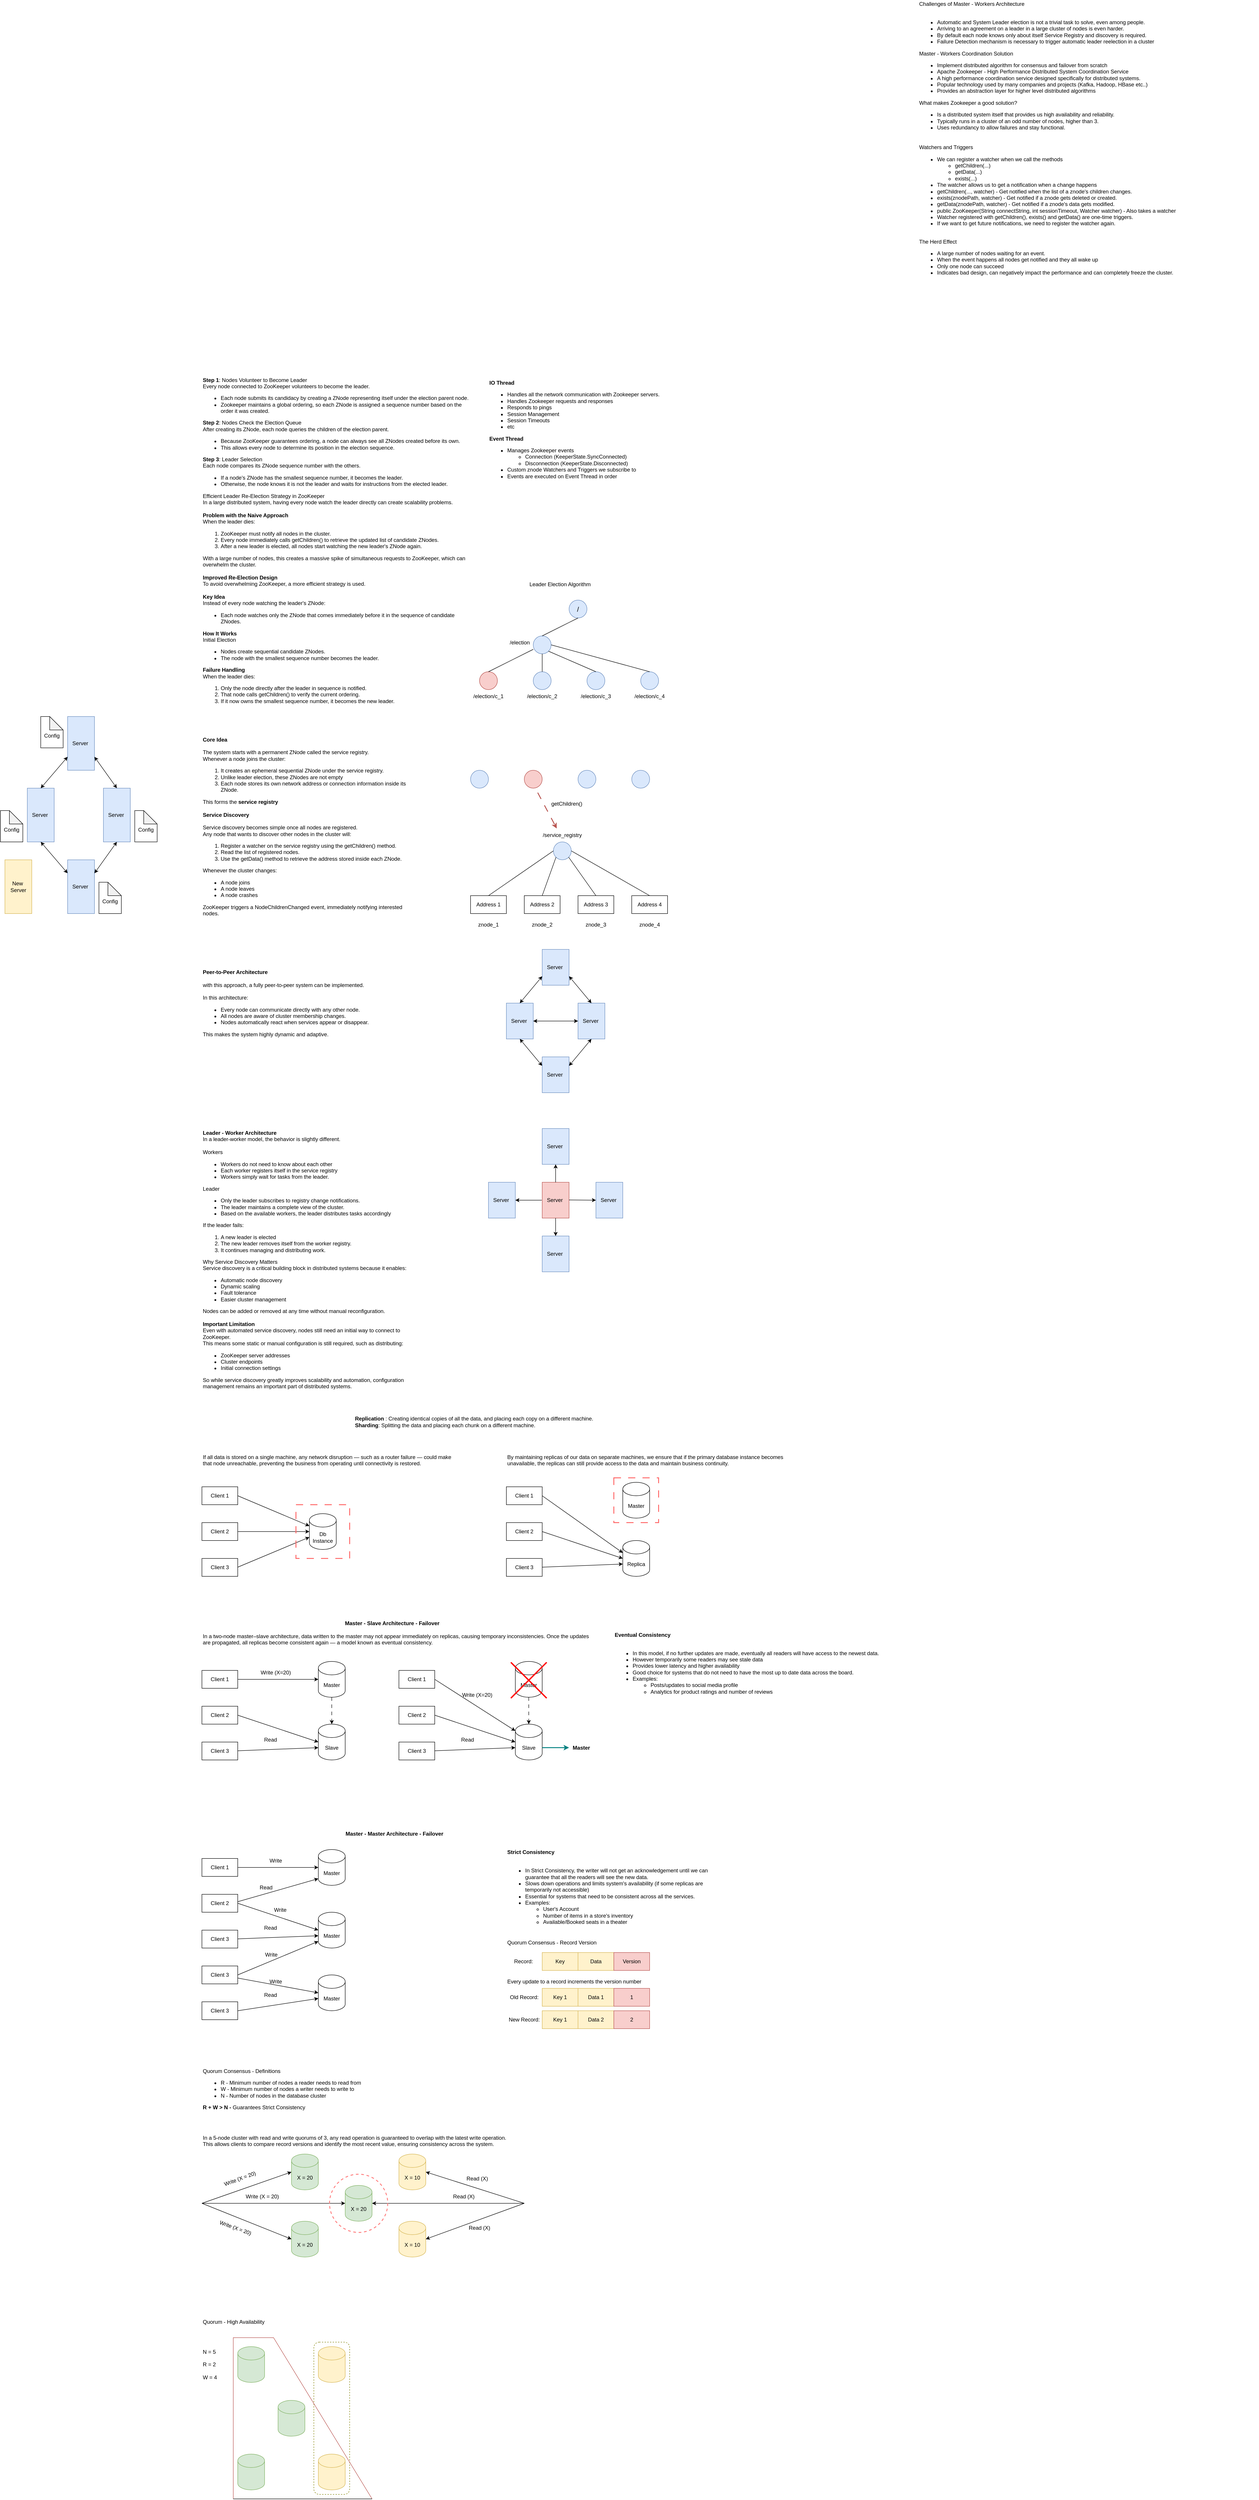
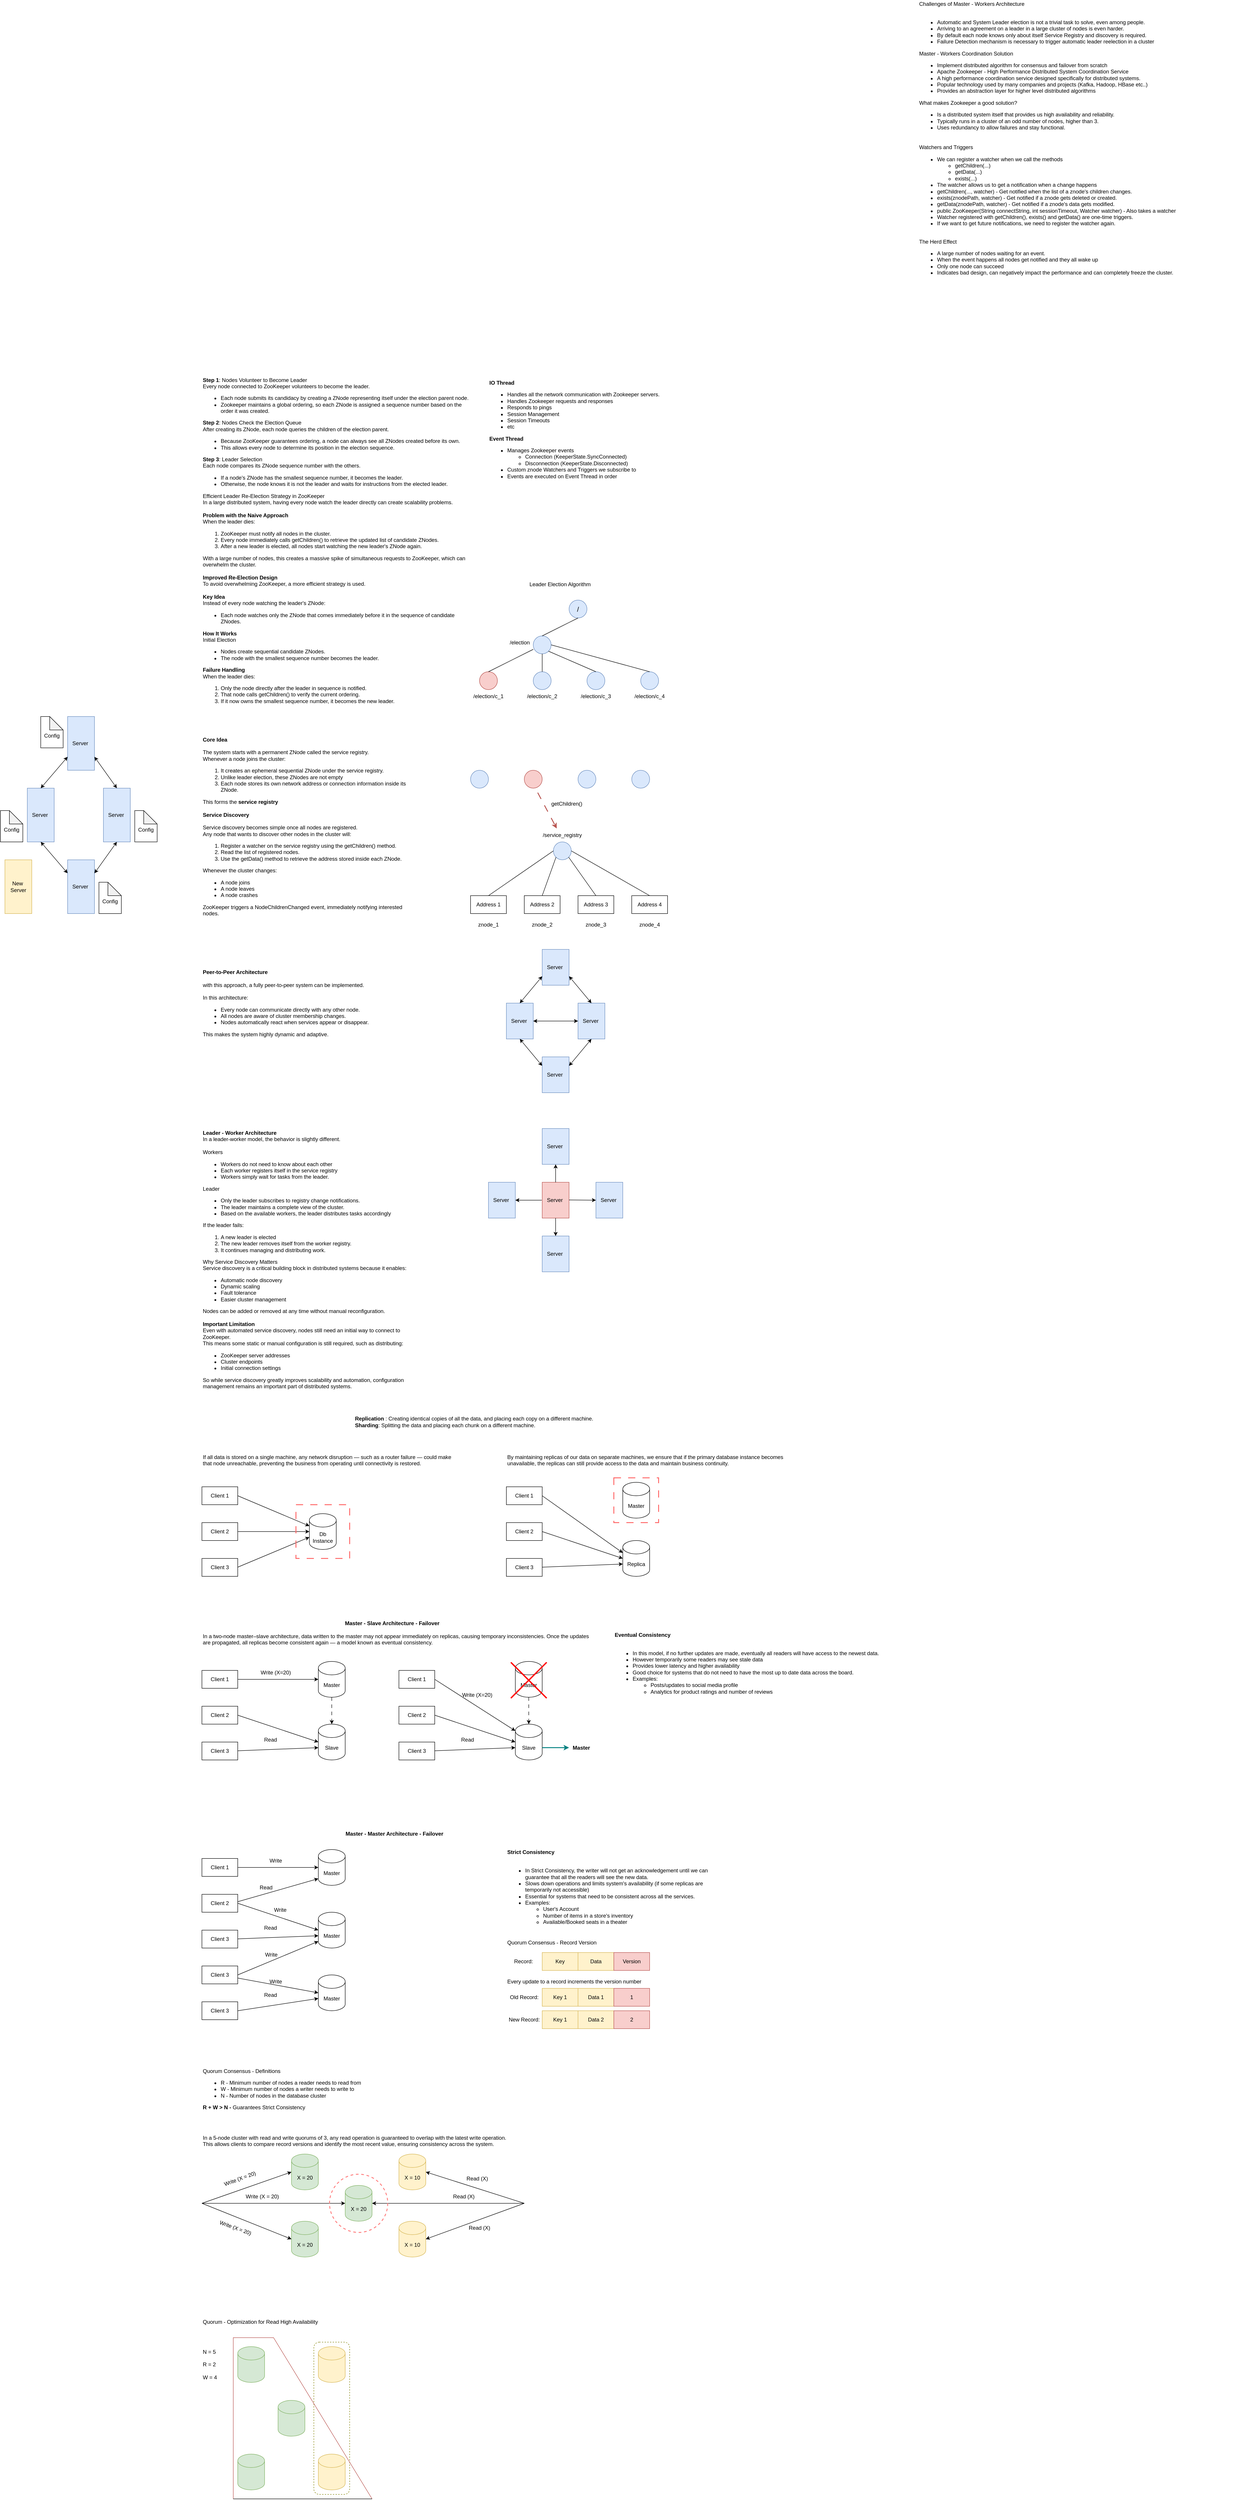
<mxfile host="app.diagrams.net">
  <diagram name="Page-1" id="tO2NQB0IofIboXUTSpVf">
    <mxGraphModel dx="4391" dy="1800" grid="1" gridSize="10" guides="1" tooltips="1" connect="1" arrows="1" fold="1" page="1" pageScale="1" pageWidth="850" pageHeight="1100" math="0" shadow="0">
      <root>
        <mxCell id="0" />
        <mxCell id="1" parent="0" />
        <mxCell id="MGsdMgP7l0InPqgAwvWF-1" parent="1" style="text;html=1;whiteSpace=wrap;strokeColor=none;fillColor=none;align=left;verticalAlign=middle;rounded=0;" value="&lt;div&gt;Challenges of Master - Workers Architecture&lt;/div&gt;&lt;div&gt;&lt;br&gt;&lt;/div&gt;&lt;div&gt;&lt;ul&gt;&lt;li&gt;Automatic and System Leader election is not a trivial task to solve, even among people.&lt;/li&gt;&lt;li&gt;Arriving to an agreement on a leader in a large cluster of nodes is even harder.&lt;/li&gt;&lt;li&gt;By default each node knows only about itself Service Registry and discovery is required.&lt;/li&gt;&lt;li&gt;Failure Detection mechanism is necessary to trigger automatic leader reelection in a cluster&lt;/li&gt;&lt;/ul&gt;&lt;div&gt;Master - Workers Coordination Solution&lt;/div&gt;&lt;div&gt;&lt;ul&gt;&lt;li&gt;Implement distributed algorithm for consensus and failover from scratch&lt;/li&gt;&lt;li&gt;Apache Zookeeper - High Performance Distributed System Coordination Service&amp;nbsp;&lt;/li&gt;&lt;li&gt;A high performance coordination service designed specifically for distributed systems.&lt;/li&gt;&lt;li&gt;Popular technology used by many companies and projects (Kafka, Hadoop, HBase etc..)&lt;/li&gt;&lt;li&gt;Provides an abstraction layer for higher level distributed algorithms&lt;/li&gt;&lt;/ul&gt;&lt;div&gt;What makes Zookeeper a good solution?&lt;/div&gt;&lt;div&gt;&lt;ul&gt;&lt;li&gt;Is a distributed system itself that provides us high availability and reliability.&lt;/li&gt;&lt;li&gt;Typically runs in a cluster of an odd number of nodes, higher than 3.&lt;/li&gt;&lt;li&gt;Uses redundancy to allow failures and stay functional.&lt;/li&gt;&lt;/ul&gt;&lt;/div&gt;&lt;/div&gt;&lt;/div&gt;&lt;div&gt;&lt;br&gt;&lt;/div&gt;" vertex="1">
          <mxGeometry height="320" width="760" x="40" y="-1000" as="geometry" />
        </mxCell>
        <mxCell id="MGsdMgP7l0InPqgAwvWF-2" parent="1" style="ellipse;whiteSpace=wrap;html=1;fillColor=#dae8fc;strokeColor=#6c8ebf;fontSize=15;" value="/" vertex="1">
          <mxGeometry height="40" width="40" x="-740" y="340" as="geometry" />
        </mxCell>
        <mxCell id="MGsdMgP7l0InPqgAwvWF-3" parent="1" style="text;html=1;whiteSpace=wrap;strokeColor=none;fillColor=none;align=center;verticalAlign=middle;rounded=0;" value="Leader Election Algorithm" vertex="1">
          <mxGeometry height="30" width="240" x="-880" y="290" as="geometry" />
        </mxCell>
        <mxCell id="MGsdMgP7l0InPqgAwvWF-5" parent="1" style="ellipse;whiteSpace=wrap;html=1;fillColor=#dae8fc;strokeColor=#6c8ebf;" value="" vertex="1">
          <mxGeometry height="40" width="40" x="-820" y="420" as="geometry" />
        </mxCell>
        <mxCell id="MGsdMgP7l0InPqgAwvWF-8" parent="1" style="text;html=1;whiteSpace=wrap;strokeColor=none;fillColor=none;align=center;verticalAlign=middle;rounded=0;" value="/election" vertex="1">
          <mxGeometry height="30" width="60" x="-880" y="420" as="geometry" />
        </mxCell>
        <mxCell id="MGsdMgP7l0InPqgAwvWF-9" parent="1" style="ellipse;whiteSpace=wrap;html=1;fillColor=#f8cecc;strokeColor=#b85450;" value="" vertex="1">
          <mxGeometry height="40" width="40" x="-940" y="500" as="geometry" />
        </mxCell>
        <mxCell id="MGsdMgP7l0InPqgAwvWF-10" parent="1" style="ellipse;whiteSpace=wrap;html=1;fillColor=#dae8fc;strokeColor=#6c8ebf;" value="" vertex="1">
          <mxGeometry height="40" width="40" x="-820" y="500" as="geometry" />
        </mxCell>
        <mxCell id="MGsdMgP7l0InPqgAwvWF-11" parent="1" style="ellipse;whiteSpace=wrap;html=1;fillColor=#dae8fc;strokeColor=#6c8ebf;" value="" vertex="1">
          <mxGeometry height="40" width="40" x="-700" y="500" as="geometry" />
        </mxCell>
        <mxCell id="MGsdMgP7l0InPqgAwvWF-12" parent="1" style="ellipse;whiteSpace=wrap;html=1;fillColor=#dae8fc;strokeColor=#6c8ebf;" value="" vertex="1">
          <mxGeometry height="40" width="40" x="-580" y="500" as="geometry" />
        </mxCell>
        <mxCell id="MGsdMgP7l0InPqgAwvWF-13" edge="1" parent="1" source="MGsdMgP7l0InPqgAwvWF-9" style="endArrow=none;html=1;rounded=0;exitX=0.5;exitY=0;exitDx=0;exitDy=0;" value="">
          <mxGeometry height="50" relative="1" width="50" as="geometry">
            <mxPoint x="-870" y="500" as="sourcePoint" />
            <mxPoint x="-820" y="450" as="targetPoint" />
          </mxGeometry>
        </mxCell>
        <mxCell id="MGsdMgP7l0InPqgAwvWF-14" edge="1" parent="1" source="MGsdMgP7l0InPqgAwvWF-10" style="endArrow=none;html=1;rounded=0;exitX=0.5;exitY=0;exitDx=0;exitDy=0;entryX=0.5;entryY=1;entryDx=0;entryDy=0;" target="MGsdMgP7l0InPqgAwvWF-5" value="">
          <mxGeometry height="50" relative="1" width="50" as="geometry">
            <mxPoint x="-850" y="510" as="sourcePoint" />
            <mxPoint x="-800" y="460" as="targetPoint" />
          </mxGeometry>
        </mxCell>
        <mxCell id="MGsdMgP7l0InPqgAwvWF-15" edge="1" parent="1" source="MGsdMgP7l0InPqgAwvWF-11" style="endArrow=none;html=1;rounded=0;entryX=1;entryY=1;entryDx=0;entryDy=0;exitX=0.5;exitY=0;exitDx=0;exitDy=0;" target="MGsdMgP7l0InPqgAwvWF-5" value="">
          <mxGeometry height="50" relative="1" width="50" as="geometry">
            <mxPoint x="-760" y="500" as="sourcePoint" />
            <mxPoint x="-710" y="450" as="targetPoint" />
          </mxGeometry>
        </mxCell>
        <mxCell id="MGsdMgP7l0InPqgAwvWF-16" edge="1" parent="1" source="MGsdMgP7l0InPqgAwvWF-12" style="endArrow=none;html=1;rounded=0;entryX=1;entryY=0.5;entryDx=0;entryDy=0;exitX=0.5;exitY=0;exitDx=0;exitDy=0;" target="MGsdMgP7l0InPqgAwvWF-5" value="">
          <mxGeometry height="50" relative="1" width="50" as="geometry">
            <mxPoint x="-670" y="500" as="sourcePoint" />
            <mxPoint x="-620" y="450" as="targetPoint" />
          </mxGeometry>
        </mxCell>
        <mxCell id="MGsdMgP7l0InPqgAwvWF-17" parent="1" style="text;html=1;whiteSpace=wrap;strokeColor=none;fillColor=none;align=center;verticalAlign=middle;rounded=0;" value="/service_registry" vertex="1">
          <mxGeometry height="30" width="90" x="-800" y="850" as="geometry" />
        </mxCell>
        <mxCell id="MGsdMgP7l0InPqgAwvWF-18" parent="1" style="text;html=1;whiteSpace=wrap;strokeColor=none;fillColor=none;align=center;verticalAlign=middle;rounded=0;" value="/election/c_2" vertex="1">
          <mxGeometry height="30" width="80" x="-840" y="540" as="geometry" />
        </mxCell>
        <mxCell id="MGsdMgP7l0InPqgAwvWF-19" parent="1" style="text;html=1;whiteSpace=wrap;strokeColor=none;fillColor=none;align=center;verticalAlign=middle;rounded=0;" value="/election/c_3" vertex="1">
          <mxGeometry height="30" width="80" x="-720" y="540" as="geometry" />
        </mxCell>
        <mxCell id="MGsdMgP7l0InPqgAwvWF-20" parent="1" style="text;html=1;whiteSpace=wrap;strokeColor=none;fillColor=none;align=center;verticalAlign=middle;rounded=0;" value="/election/c_4" vertex="1">
          <mxGeometry height="30" width="80" x="-600" y="540" as="geometry" />
        </mxCell>
        <mxCell id="MGsdMgP7l0InPqgAwvWF-21" parent="1" style="text;html=1;whiteSpace=wrap;strokeColor=none;fillColor=none;align=left;verticalAlign=middle;rounded=0;" value="&lt;div&gt;&lt;b&gt;Step 1&lt;/b&gt;: Nodes Volunteer to Become Leader&amp;nbsp;&lt;/div&gt;&lt;div&gt;Every node connected to ZooKeeper volunteers to become the leader.&lt;/div&gt;&lt;div&gt;&lt;ul&gt;&lt;li&gt;Each node submits its candidacy by creating a ZNode representing itself under the election parent node.&lt;/li&gt;&lt;li&gt;Zookeeper maintains a global ordering, so each ZNode is assigned a sequence number based on the order it was created.&lt;/li&gt;&lt;/ul&gt;&lt;div&gt;&lt;b&gt;Step 2&lt;/b&gt;: Nodes Check the Election Queue&lt;/div&gt;&lt;div&gt;After creating its ZNode, each node queries the children of the election parent.&lt;/div&gt;&lt;div&gt;&lt;ul&gt;&lt;li&gt;Because ZooKeeper guarantees ordering, a node can always see all ZNodes created before its own.&lt;/li&gt;&lt;li&gt;This allows every node to determine its position in the election sequence.&lt;/li&gt;&lt;/ul&gt;&lt;div&gt;&lt;b&gt;Step 3&lt;/b&gt;: Leader Selection&lt;/div&gt;&lt;div&gt;Each node compares its ZNode sequence number with the others.&lt;/div&gt;&lt;div&gt;&lt;ul&gt;&lt;li&gt;If a node&#39;s ZNode has the smallest sequence number, it becomes the leader.&lt;/li&gt;&lt;li&gt;Otherwise, the node knows it is not the leader and waits for instructions from the elected leader.&lt;/li&gt;&lt;/ul&gt;&lt;div&gt;Efficient Leader Re-Election Strategy in ZooKeeper&lt;/div&gt;&lt;div&gt;In a large distributed system, having every node watch the leader directly can create scalability problems.&lt;/div&gt;&lt;div&gt;&lt;br&gt;&lt;/div&gt;&lt;div&gt;&lt;b&gt;Problem with the Naive Approach&lt;/b&gt;&lt;/div&gt;&lt;div&gt;When the leader dies:&lt;/div&gt;&lt;div&gt;&lt;ol&gt;&lt;li&gt;ZooKeeper must notify all nodes in the cluster.&lt;/li&gt;&lt;li&gt;Every node immediately calls getChildren() to retrieve the updated list of candidate ZNodes.&lt;/li&gt;&lt;li&gt;After a new leader is elected, all nodes start watching the new leader&#39;s ZNode again.&lt;/li&gt;&lt;/ol&gt;&lt;div&gt;With a large number of nodes, this creates a massive spike of simultaneous requests to ZooKeeper, which can&amp;nbsp;&lt;/div&gt;&lt;div&gt;overwhelm the cluster.&lt;/div&gt;&lt;div&gt;&lt;br&gt;&lt;/div&gt;&lt;div&gt;&lt;b&gt;Improved Re-Election Design&amp;nbsp;&lt;/b&gt;&lt;/div&gt;&lt;div&gt;To avoid overwhelming ZooKeeper, a more efficient strategy is used.&lt;/div&gt;&lt;div&gt;&lt;br&gt;&lt;/div&gt;&lt;div&gt;&lt;b&gt;Key Idea&amp;nbsp;&lt;/b&gt;&lt;/div&gt;&lt;div&gt;Instead of every node watching the leader&#39;s ZNode:&lt;/div&gt;&lt;div&gt;&lt;ul&gt;&lt;li&gt;Each node watches only the ZNode that comes immediately before it in the sequence of candidate ZNodes.&lt;/li&gt;&lt;/ul&gt;&lt;div&gt;&lt;b&gt;How It Works&amp;nbsp;&lt;/b&gt;&lt;/div&gt;&lt;div&gt;Initial Election&amp;nbsp;&lt;/div&gt;&lt;div&gt;&lt;ul&gt;&lt;li&gt;Nodes create sequential candidate ZNodes.&lt;/li&gt;&lt;li&gt;The node with the smallest sequence number becomes the leader.&lt;/li&gt;&lt;/ul&gt;&lt;div&gt;&lt;b&gt;Failure Handling&lt;/b&gt;&lt;/div&gt;&lt;div&gt;When the leader dies:&lt;/div&gt;&lt;div&gt;&lt;ol&gt;&lt;li&gt;Only the node directly after the leader in sequence is notified.&lt;/li&gt;&lt;li&gt;That node calls getChildren() to verify the current ordering.&lt;/li&gt;&lt;li&gt;If it now owns the smallest sequence number, it becomes the new leader.&lt;/li&gt;&lt;/ol&gt;&lt;/div&gt;&lt;div&gt;&lt;br&gt;&lt;/div&gt;&lt;/div&gt;&lt;/div&gt;&lt;/div&gt;&lt;/div&gt;&lt;/div&gt;&lt;/div&gt;" vertex="1">
          <mxGeometry height="760" width="600" x="-1560" y="-160" as="geometry" />
        </mxCell>
        <mxCell id="MGsdMgP7l0InPqgAwvWF-22" edge="1" parent="1" source="MGsdMgP7l0InPqgAwvWF-5" style="endArrow=none;html=1;rounded=0;exitX=0.5;exitY=0;exitDx=0;exitDy=0;" value="">
          <mxGeometry height="50" relative="1" width="50" as="geometry">
            <mxPoint x="-770" y="430" as="sourcePoint" />
            <mxPoint x="-720" y="380" as="targetPoint" />
          </mxGeometry>
        </mxCell>
        <mxCell id="MGsdMgP7l0InPqgAwvWF-23" parent="1" style="text;html=1;whiteSpace=wrap;strokeColor=none;fillColor=none;align=left;verticalAlign=middle;rounded=0;" value="&lt;div&gt;&lt;b&gt;IO Thread&amp;nbsp;&lt;/b&gt;&lt;/div&gt;&lt;div&gt;&lt;ul&gt;&lt;li&gt;Handles all the network communication with Zookeeper servers.&lt;/li&gt;&lt;li&gt;Handles Zookeeper requests and responses&amp;nbsp;&lt;/li&gt;&lt;li&gt;Responds to pings&amp;nbsp;&lt;/li&gt;&lt;li&gt;Session Management&amp;nbsp;&lt;/li&gt;&lt;li&gt;Session Timeouts&amp;nbsp;&lt;/li&gt;&lt;li&gt;etc&amp;nbsp;&lt;/li&gt;&lt;/ul&gt;&lt;div&gt;&lt;b&gt;Event Thread&amp;nbsp;&lt;/b&gt;&lt;/div&gt;&lt;div&gt;&lt;ul&gt;&lt;li&gt;Manages Zookeeper events&amp;nbsp;&lt;/li&gt;&lt;ul&gt;&lt;li&gt;Connection (KeeperState.SyncConnected)&lt;/li&gt;&lt;li&gt;Disconnection (KeeperState.Disconnected)&lt;/li&gt;&lt;/ul&gt;&lt;li&gt;Custom znode Watchers and Triggers we subscribe to&amp;nbsp;&lt;/li&gt;&lt;li&gt;Events are executed on Event Thread in order&amp;nbsp;&lt;/li&gt;&lt;/ul&gt;&lt;/div&gt;&lt;/div&gt;" vertex="1">
          <mxGeometry height="250" width="440" x="-920" y="-160" as="geometry" />
        </mxCell>
        <mxCell id="MGsdMgP7l0InPqgAwvWF-24" parent="1" style="text;html=1;whiteSpace=wrap;strokeColor=none;fillColor=none;align=left;verticalAlign=middle;rounded=0;" value="&lt;div&gt;Watchers and Triggers&lt;/div&gt;&lt;div&gt;&lt;ul&gt;&lt;li&gt;We can register a watcher when we call the methods&lt;/li&gt;&lt;ul&gt;&lt;li&gt;getChildren(...)&lt;/li&gt;&lt;li&gt;getData(...)&lt;/li&gt;&lt;li&gt;exists(...)&lt;/li&gt;&lt;/ul&gt;&lt;li&gt;The watcher allows us to get a notification when a change happens&lt;/li&gt;&lt;li&gt;getChildren(..., watcher) - Get notified when the list of a znode&#39;s children changes.&lt;/li&gt;&lt;li&gt;exists(znodePath, watcher) - Get notified if a znode gets deleted or created.&lt;/li&gt;&lt;li&gt;getData(znodePath, watcher) - Get notified if a znode&#39;s data gets modified.&lt;/li&gt;&lt;li&gt;public ZooKeeper(String connectString, int sessionTimeout, Watcher watcher) - Also takes a watcher&amp;nbsp;&lt;/li&gt;&lt;li&gt;Watcher registered with getChildren(), exists() and getData() are one-time triggers.&lt;/li&gt;&lt;li&gt;If we want to get future notifications, we need to register the watcher again.&lt;/li&gt;&lt;/ul&gt;&lt;/div&gt;" vertex="1">
          <mxGeometry height="200" width="760" x="40" y="-680" as="geometry" />
        </mxCell>
        <mxCell id="MGsdMgP7l0InPqgAwvWF-25" parent="1" style="text;html=1;whiteSpace=wrap;strokeColor=none;fillColor=none;align=left;verticalAlign=middle;rounded=0;" value="&lt;div&gt;The Herd Effect&lt;/div&gt;&lt;div&gt;&lt;ul&gt;&lt;li&gt;A large number of nodes waiting for an event.&lt;/li&gt;&lt;li&gt;When the event happens all nodes get notified and they all wake up&lt;/li&gt;&lt;li&gt;Only one node can succeed&amp;nbsp;&lt;/li&gt;&lt;li&gt;Indicates bad design, can negatively impact the performance and can completely freeze the cluster.&lt;/li&gt;&lt;/ul&gt;&lt;/div&gt;" vertex="1">
          <mxGeometry height="120" width="760" x="40" y="-480" as="geometry" />
        </mxCell>
        <mxCell id="MGsdMgP7l0InPqgAwvWF-26" parent="1" style="rounded=0;whiteSpace=wrap;html=1;fillColor=#dae8fc;strokeColor=#6c8ebf;" value="Server&amp;nbsp;" vertex="1">
          <mxGeometry height="120" width="60" x="-1950" y="760" as="geometry" />
        </mxCell>
        <mxCell id="MGsdMgP7l0InPqgAwvWF-35" parent="1" style="rounded=0;whiteSpace=wrap;html=1;fillColor=#dae8fc;strokeColor=#6c8ebf;" value="Server&amp;nbsp;" vertex="1">
          <mxGeometry height="120" width="60" x="-1860" y="600" as="geometry" />
        </mxCell>
        <mxCell id="MGsdMgP7l0InPqgAwvWF-38" parent="1" style="rounded=0;whiteSpace=wrap;html=1;fillColor=#dae8fc;strokeColor=#6c8ebf;" value="Server&amp;nbsp;" vertex="1">
          <mxGeometry height="120" width="60" x="-1780" y="760" as="geometry" />
        </mxCell>
        <mxCell id="MGsdMgP7l0InPqgAwvWF-42" parent="1" style="shape=note;whiteSpace=wrap;html=1;backgroundOutline=1;darkOpacity=0.05;" value="&lt;div&gt;&lt;br&gt;&lt;/div&gt;&lt;div&gt;Config&lt;/div&gt;" vertex="1">
          <mxGeometry height="70" width="50" x="-2010" y="810" as="geometry" />
        </mxCell>
        <mxCell id="MGsdMgP7l0InPqgAwvWF-43" parent="1" style="shape=note;whiteSpace=wrap;html=1;backgroundOutline=1;darkOpacity=0.05;" value="&lt;div&gt;&lt;br&gt;&lt;/div&gt;&lt;div&gt;Config&lt;/div&gt;" vertex="1">
          <mxGeometry height="70" width="50" x="-1920" y="600" as="geometry" />
        </mxCell>
        <mxCell id="MGsdMgP7l0InPqgAwvWF-44" parent="1" style="shape=note;whiteSpace=wrap;html=1;backgroundOutline=1;darkOpacity=0.05;" value="&lt;div&gt;&lt;br&gt;&lt;/div&gt;&lt;div&gt;Config&lt;/div&gt;" vertex="1">
          <mxGeometry height="70" width="50" x="-1710" y="810" as="geometry" />
        </mxCell>
        <mxCell id="MGsdMgP7l0InPqgAwvWF-45" edge="1" parent="1" source="MGsdMgP7l0InPqgAwvWF-26" style="endArrow=classic;startArrow=classic;html=1;rounded=0;entryX=0;entryY=0.75;entryDx=0;entryDy=0;exitX=0.5;exitY=0;exitDx=0;exitDy=0;" target="MGsdMgP7l0InPqgAwvWF-35" value="">
          <mxGeometry height="50" relative="1" width="50" as="geometry">
            <mxPoint x="-1980" y="760" as="sourcePoint" />
            <mxPoint x="-1930" y="710" as="targetPoint" />
          </mxGeometry>
        </mxCell>
        <mxCell id="MGsdMgP7l0InPqgAwvWF-47" edge="1" parent="1" source="MGsdMgP7l0InPqgAwvWF-26" style="endArrow=classic;startArrow=classic;html=1;rounded=0;entryX=0;entryY=0.25;entryDx=0;entryDy=0;exitX=0.5;exitY=1;exitDx=0;exitDy=0;" target="MGsdMgP7l0InPqgAwvWF-48" value="">
          <mxGeometry height="50" relative="1" width="50" as="geometry">
            <mxPoint x="-1950" y="950" as="sourcePoint" />
            <mxPoint x="-1840" y="880" as="targetPoint" />
          </mxGeometry>
        </mxCell>
        <mxCell id="MGsdMgP7l0InPqgAwvWF-48" parent="1" style="rounded=0;whiteSpace=wrap;html=1;fillColor=#dae8fc;strokeColor=#6c8ebf;" value="Server&amp;nbsp;" vertex="1">
          <mxGeometry height="120" width="60" x="-1860" y="920" as="geometry" />
        </mxCell>
        <mxCell id="MGsdMgP7l0InPqgAwvWF-49" parent="1" style="shape=note;whiteSpace=wrap;html=1;backgroundOutline=1;darkOpacity=0.05;" value="&lt;div&gt;&lt;br&gt;&lt;/div&gt;&lt;div&gt;Config&lt;/div&gt;" vertex="1">
          <mxGeometry height="70" width="50" x="-1790" y="970" as="geometry" />
        </mxCell>
        <mxCell id="MGsdMgP7l0InPqgAwvWF-50" edge="1" parent="1" style="endArrow=classic;startArrow=classic;html=1;rounded=0;entryX=0.5;entryY=0;entryDx=0;entryDy=0;exitX=0.5;exitY=0;exitDx=0;exitDy=0;" target="MGsdMgP7l0InPqgAwvWF-38" value="">
          <mxGeometry height="50" relative="1" width="50" as="geometry">
            <mxPoint x="-1800" y="690" as="sourcePoint" />
            <mxPoint x="-1690" y="620" as="targetPoint" />
          </mxGeometry>
        </mxCell>
        <mxCell id="MGsdMgP7l0InPqgAwvWF-51" edge="1" parent="1" source="MGsdMgP7l0InPqgAwvWF-38" style="endArrow=classic;startArrow=classic;html=1;rounded=0;entryX=1;entryY=0.25;entryDx=0;entryDy=0;exitX=0.5;exitY=1;exitDx=0;exitDy=0;" target="MGsdMgP7l0InPqgAwvWF-48" value="">
          <mxGeometry height="50" relative="1" width="50" as="geometry">
            <mxPoint x="-1620" y="940" as="sourcePoint" />
            <mxPoint x="-1510" y="1040" as="targetPoint" />
          </mxGeometry>
        </mxCell>
        <mxCell id="MGsdMgP7l0InPqgAwvWF-52" parent="1" style="rounded=0;whiteSpace=wrap;html=1;fillColor=#fff2cc;strokeColor=#d6b656;" value="&lt;div&gt;New&amp;nbsp;&lt;/div&gt;&lt;div&gt;Server&lt;/div&gt;" vertex="1">
          <mxGeometry height="120" width="60" x="-2000" y="920" as="geometry" />
        </mxCell>
        <mxCell id="MGsdMgP7l0InPqgAwvWF-54" parent="1" style="ellipse;whiteSpace=wrap;html=1;fillColor=#dae8fc;strokeColor=#6c8ebf;fontSize=15;" value="" vertex="1">
          <mxGeometry height="40" width="40" x="-775" y="880" as="geometry" />
        </mxCell>
        <mxCell id="MGsdMgP7l0InPqgAwvWF-55" parent="1" style="text;html=1;whiteSpace=wrap;strokeColor=none;fillColor=none;align=center;verticalAlign=middle;rounded=0;" value="/election/c_1" vertex="1">
          <mxGeometry height="30" width="80" x="-960" y="540" as="geometry" />
        </mxCell>
        <mxCell id="MGsdMgP7l0InPqgAwvWF-56" parent="1" style="rounded=0;whiteSpace=wrap;html=1;" value="Address 1" vertex="1">
          <mxGeometry height="40" width="80" x="-960" y="1000" as="geometry" />
        </mxCell>
        <mxCell id="MGsdMgP7l0InPqgAwvWF-57" parent="1" style="rounded=0;whiteSpace=wrap;html=1;" value="Address 2" vertex="1">
          <mxGeometry height="40" width="80" x="-840" y="1000" as="geometry" />
        </mxCell>
        <mxCell id="MGsdMgP7l0InPqgAwvWF-58" parent="1" style="rounded=0;whiteSpace=wrap;html=1;" value="Address 3" vertex="1">
          <mxGeometry height="40" width="80" x="-720" y="1000" as="geometry" />
        </mxCell>
        <mxCell id="MGsdMgP7l0InPqgAwvWF-59" parent="1" style="rounded=0;whiteSpace=wrap;html=1;" value="Address 4" vertex="1">
          <mxGeometry height="40" width="80" x="-600" y="1000" as="geometry" />
        </mxCell>
        <mxCell id="MGsdMgP7l0InPqgAwvWF-60" parent="1" style="text;html=1;whiteSpace=wrap;strokeColor=none;fillColor=none;align=center;verticalAlign=middle;rounded=0;" value="znode_1" vertex="1">
          <mxGeometry height="30" width="80" x="-960" y="1050" as="geometry" />
        </mxCell>
        <mxCell id="MGsdMgP7l0InPqgAwvWF-61" parent="1" style="text;html=1;whiteSpace=wrap;strokeColor=none;fillColor=none;align=center;verticalAlign=middle;rounded=0;" value="znode_2" vertex="1">
          <mxGeometry height="30" width="80" x="-840" y="1050" as="geometry" />
        </mxCell>
        <mxCell id="MGsdMgP7l0InPqgAwvWF-62" parent="1" style="text;html=1;whiteSpace=wrap;strokeColor=none;fillColor=none;align=center;verticalAlign=middle;rounded=0;" value="znode_3" vertex="1">
          <mxGeometry height="30" width="80" x="-720" y="1050" as="geometry" />
        </mxCell>
        <mxCell id="MGsdMgP7l0InPqgAwvWF-63" parent="1" style="text;html=1;whiteSpace=wrap;strokeColor=none;fillColor=none;align=center;verticalAlign=middle;rounded=0;" value="znode_4" vertex="1">
          <mxGeometry height="30" width="80" x="-600" y="1050" as="geometry" />
        </mxCell>
        <mxCell id="MGsdMgP7l0InPqgAwvWF-64" edge="1" parent="1" style="endArrow=none;html=1;rounded=0;entryX=0;entryY=0.5;entryDx=0;entryDy=0;" target="MGsdMgP7l0InPqgAwvWF-54" value="">
          <mxGeometry height="50" relative="1" width="50" as="geometry">
            <mxPoint x="-920" y="1000" as="sourcePoint" />
            <mxPoint x="-870" y="950" as="targetPoint" />
          </mxGeometry>
        </mxCell>
        <mxCell id="MGsdMgP7l0InPqgAwvWF-65" edge="1" parent="1" style="endArrow=none;html=1;rounded=0;entryX=0;entryY=1;entryDx=0;entryDy=0;" target="MGsdMgP7l0InPqgAwvWF-54" value="">
          <mxGeometry height="50" relative="1" width="50" as="geometry">
            <mxPoint x="-800" y="1000" as="sourcePoint" />
            <mxPoint x="-750" y="950" as="targetPoint" />
          </mxGeometry>
        </mxCell>
        <mxCell id="MGsdMgP7l0InPqgAwvWF-66" edge="1" parent="1" style="endArrow=none;html=1;rounded=0;entryX=1;entryY=1;entryDx=0;entryDy=0;" target="MGsdMgP7l0InPqgAwvWF-54" value="">
          <mxGeometry height="50" relative="1" width="50" as="geometry">
            <mxPoint x="-680" y="1000" as="sourcePoint" />
            <mxPoint x="-630" y="950" as="targetPoint" />
          </mxGeometry>
        </mxCell>
        <mxCell id="MGsdMgP7l0InPqgAwvWF-69" edge="1" parent="1" style="endArrow=none;html=1;rounded=0;entryX=1;entryY=0.5;entryDx=0;entryDy=0;" target="MGsdMgP7l0InPqgAwvWF-54" value="">
          <mxGeometry height="50" relative="1" width="50" as="geometry">
            <mxPoint x="-560" y="1000" as="sourcePoint" />
            <mxPoint x="-510" y="950" as="targetPoint" />
          </mxGeometry>
        </mxCell>
        <mxCell id="MGsdMgP7l0InPqgAwvWF-70" parent="1" style="ellipse;whiteSpace=wrap;html=1;fillColor=#f8cecc;strokeColor=#b85450;" value="" vertex="1">
          <mxGeometry height="40" width="40" x="-840" y="720" as="geometry" />
        </mxCell>
        <mxCell id="MGsdMgP7l0InPqgAwvWF-71" parent="1" style="ellipse;whiteSpace=wrap;html=1;fillColor=#dae8fc;strokeColor=#6c8ebf;fontSize=15;" value="" vertex="1">
          <mxGeometry height="40" width="40" x="-960" y="720" as="geometry" />
        </mxCell>
        <mxCell id="MGsdMgP7l0InPqgAwvWF-72" parent="1" style="ellipse;whiteSpace=wrap;html=1;fillColor=#dae8fc;strokeColor=#6c8ebf;fontSize=15;" value="" vertex="1">
          <mxGeometry height="40" width="40" x="-720" y="720" as="geometry" />
        </mxCell>
        <mxCell id="MGsdMgP7l0InPqgAwvWF-73" parent="1" style="ellipse;whiteSpace=wrap;html=1;fillColor=#dae8fc;strokeColor=#6c8ebf;fontSize=15;" value="" vertex="1">
          <mxGeometry height="40" width="40" x="-600" y="720" as="geometry" />
        </mxCell>
        <mxCell id="MGsdMgP7l0InPqgAwvWF-74" edge="1" parent="1" style="endArrow=classic;html=1;rounded=0;entryX=0.25;entryY=0;entryDx=0;entryDy=0;dashed=1;dashPattern=8 8;fillColor=#f8cecc;strokeColor=#b85450;strokeWidth=2;" value="">
          <mxGeometry height="50" relative="1" width="50" as="geometry">
            <mxPoint x="-810" y="770" as="sourcePoint" />
            <mxPoint x="-767.5" y="850" as="targetPoint" />
          </mxGeometry>
        </mxCell>
        <mxCell id="MGsdMgP7l0InPqgAwvWF-75" parent="1" style="text;html=1;whiteSpace=wrap;strokeColor=none;fillColor=none;align=center;verticalAlign=middle;rounded=0;" value="getChildren()" vertex="1">
          <mxGeometry height="30" width="90" x="-790" y="780" as="geometry" />
        </mxCell>
        <mxCell id="MGsdMgP7l0InPqgAwvWF-76" parent="1" style="text;html=1;whiteSpace=wrap;strokeColor=none;fillColor=none;align=left;verticalAlign=middle;rounded=0;" value="&lt;div&gt;&lt;b&gt;Core Idea&amp;nbsp;&lt;/b&gt;&lt;/div&gt;&lt;div&gt;&lt;b&gt;&lt;br&gt;&lt;/b&gt;&lt;/div&gt;&lt;div&gt;The system starts with a permanent ZNode called the service registry.&lt;/div&gt;&lt;div&gt;Whenever a node joins the cluster:&lt;/div&gt;&lt;div&gt;&lt;ol&gt;&lt;li&gt;It creates an ephemeral sequential ZNode under the service registry.&lt;/li&gt;&lt;li&gt;Unlike leader election, these ZNodes are not empty&lt;/li&gt;&lt;li&gt;Each node stores its own network address or connection information inside its ZNode.&lt;/li&gt;&lt;/ol&gt;&lt;div&gt;This forms the &lt;b&gt;service registry&lt;/b&gt;&lt;/div&gt;&lt;div&gt;&lt;b&gt;&lt;br&gt;&lt;/b&gt;&lt;/div&gt;&lt;div&gt;&lt;b&gt;Service Discovery&lt;/b&gt;&lt;/div&gt;&lt;div&gt;&lt;br&gt;&lt;/div&gt;&lt;div&gt;Service discovery becomes simple once all nodes are registered.&lt;/div&gt;&lt;div&gt;Any node that wants to discover other nodes in the cluster will:&lt;/div&gt;&lt;div&gt;&lt;ol&gt;&lt;li&gt;Register a watcher on the service registry using the getChildren() method.&lt;/li&gt;&lt;li&gt;Read the list of registered nodes.&lt;/li&gt;&lt;li&gt;Use the getData() method to retrieve the address stored inside each ZNode.&lt;/li&gt;&lt;/ol&gt;&lt;div&gt;Whenever the cluster changes:&lt;/div&gt;&lt;div&gt;&lt;ul&gt;&lt;li&gt;A node joins&amp;nbsp;&lt;/li&gt;&lt;li&gt;A node leaves&amp;nbsp;&lt;/li&gt;&lt;li&gt;A node crashes&lt;/li&gt;&lt;/ul&gt;&lt;div&gt;ZooKeeper triggers a NodeChildrenChanged event, immediately notifying interested nodes.&lt;/div&gt;&lt;/div&gt;&lt;/div&gt;&lt;div&gt;&lt;br&gt;&lt;/div&gt;&lt;div&gt;&lt;br&gt;&lt;/div&gt;&lt;/div&gt;" vertex="1">
          <mxGeometry height="440" width="480" x="-1560" y="640" as="geometry" />
        </mxCell>
        <mxCell id="MGsdMgP7l0InPqgAwvWF-77" parent="1" style="text;html=1;whiteSpace=wrap;strokeColor=none;fillColor=none;align=left;verticalAlign=middle;rounded=0;" value="&lt;div&gt;&lt;b&gt;Peer-to-Peer Architecture&amp;nbsp;&lt;/b&gt;&lt;/div&gt;&lt;div&gt;&lt;br&gt;&lt;/div&gt;&lt;div&gt;with this approach, a fully peer-to-peer system can be implemented.&lt;/div&gt;&lt;div&gt;&lt;br&gt;&lt;/div&gt;&lt;div&gt;In this architecture:&lt;/div&gt;&lt;div&gt;&lt;ul&gt;&lt;li&gt;Every node can communicate directly with any other node.&lt;/li&gt;&lt;li&gt;All nodes are aware of cluster membership changes.&lt;/li&gt;&lt;li&gt;Nodes automatically react when services appear or disappear.&lt;/li&gt;&lt;/ul&gt;&lt;div&gt;This makes the system highly dynamic and adaptive.&lt;/div&gt;&lt;/div&gt;" vertex="1">
          <mxGeometry height="160" width="480" x="-1560" y="1160" as="geometry" />
        </mxCell>
        <mxCell id="MGsdMgP7l0InPqgAwvWF-78" parent="1" style="text;html=1;whiteSpace=wrap;strokeColor=none;fillColor=none;align=left;verticalAlign=middle;rounded=0;" value="&lt;div&gt;&lt;b&gt;Leader - Worker Architecture&amp;nbsp;&lt;/b&gt;&lt;/div&gt;&lt;div&gt;In a leader-worker model, the behavior is slightly different.&lt;/div&gt;&lt;div&gt;&lt;br&gt;&lt;/div&gt;&lt;div&gt;&lt;div&gt;Workers&lt;/div&gt;&lt;div&gt;&lt;ul&gt;&lt;li&gt;Workers do not need to know about each other&amp;nbsp;&lt;/li&gt;&lt;li&gt;Each worker registers itself in the service registry&lt;/li&gt;&lt;li&gt;Workers simply wait for tasks from the leader.&amp;nbsp;&lt;/li&gt;&lt;/ul&gt;&lt;/div&gt;Leader&amp;nbsp;&lt;/div&gt;&lt;div&gt;&lt;ul&gt;&lt;li&gt;Only the leader subscribes to registry change notifications.&lt;/li&gt;&lt;li&gt;The leader maintains a complete view of the cluster.&lt;/li&gt;&lt;li&gt;Based on the available workers, the leader distributes tasks accordingly&lt;/li&gt;&lt;/ul&gt;&lt;/div&gt;&lt;div&gt;If the leader fails:&lt;/div&gt;&lt;div&gt;&lt;ol&gt;&lt;li&gt;A new leader is elected&lt;/li&gt;&lt;li&gt;The new leader removes itself from the worker registry.&lt;/li&gt;&lt;li&gt;It continues managing and distributing work.&lt;/li&gt;&lt;/ol&gt;&lt;/div&gt;&lt;div&gt;Why Service Discovery Matters&lt;/div&gt;&lt;div&gt;Service discovery is a critical building block in distributed systems because it enables:&lt;/div&gt;&lt;div&gt;&lt;ul&gt;&lt;li&gt;Automatic node discovery&lt;/li&gt;&lt;li&gt;Dynamic scaling&amp;nbsp;&lt;/li&gt;&lt;li&gt;Fault tolerance&amp;nbsp;&lt;/li&gt;&lt;li&gt;Easier cluster management&lt;/li&gt;&lt;/ul&gt;&lt;div&gt;Nodes can be added or removed at any time without manual reconfiguration.&lt;/div&gt;&lt;div&gt;&lt;br&gt;&lt;/div&gt;&lt;div&gt;&lt;b&gt;Important Limitation&lt;/b&gt;&lt;/div&gt;&lt;div&gt;Even with automated service discovery, nodes still need an initial way to connect to ZooKeeper.&lt;/div&gt;&lt;div&gt;This means some static or manual configuration is still required, such as distributing:&lt;/div&gt;&lt;div&gt;&lt;ul&gt;&lt;li&gt;ZooKeeper server addresses&lt;/li&gt;&lt;li&gt;Cluster endpoints&amp;nbsp;&lt;/li&gt;&lt;li&gt;Initial connection settings&lt;/li&gt;&lt;/ul&gt;&lt;div&gt;So while service discovery greatly improves scalability and automation, configuration management remains an important part of distributed systems.&lt;/div&gt;&lt;/div&gt;&lt;/div&gt;&lt;div&gt;&lt;br&gt;&lt;/div&gt;" vertex="1">
          <mxGeometry height="600" width="480" x="-1560" y="1520" as="geometry" />
        </mxCell>
        <mxCell id="MGsdMgP7l0InPqgAwvWF-79" parent="1" style="rounded=0;whiteSpace=wrap;html=1;fillColor=#dae8fc;strokeColor=#6c8ebf;" value="Server&amp;nbsp;" vertex="1">
          <mxGeometry height="80" width="60" x="-880" y="1240" as="geometry" />
        </mxCell>
        <mxCell id="MGsdMgP7l0InPqgAwvWF-80" parent="1" style="rounded=0;whiteSpace=wrap;html=1;fillColor=#dae8fc;strokeColor=#6c8ebf;" value="Server&amp;nbsp;" vertex="1">
          <mxGeometry height="80" width="60" x="-800" y="1120" as="geometry" />
        </mxCell>
        <mxCell id="MGsdMgP7l0InPqgAwvWF-81" parent="1" style="rounded=0;whiteSpace=wrap;html=1;fillColor=#dae8fc;strokeColor=#6c8ebf;" value="Server&amp;nbsp;" vertex="1">
          <mxGeometry height="80" width="60" x="-720" y="1240" as="geometry" />
        </mxCell>
        <mxCell id="MGsdMgP7l0InPqgAwvWF-82" edge="1" parent="1" source="MGsdMgP7l0InPqgAwvWF-79" style="endArrow=classic;startArrow=classic;html=1;rounded=0;entryX=0;entryY=0.75;entryDx=0;entryDy=0;exitX=0.5;exitY=0;exitDx=0;exitDy=0;" target="MGsdMgP7l0InPqgAwvWF-80" value="">
          <mxGeometry height="50" relative="1" width="50" as="geometry">
            <mxPoint x="-920" y="1280" as="sourcePoint" />
            <mxPoint x="-870" y="1230" as="targetPoint" />
          </mxGeometry>
        </mxCell>
        <mxCell id="MGsdMgP7l0InPqgAwvWF-83" edge="1" parent="1" source="MGsdMgP7l0InPqgAwvWF-79" style="endArrow=classic;startArrow=classic;html=1;rounded=0;entryX=0;entryY=0.25;entryDx=0;entryDy=0;exitX=0.5;exitY=1;exitDx=0;exitDy=0;" target="MGsdMgP7l0InPqgAwvWF-84" value="">
          <mxGeometry height="50" relative="1" width="50" as="geometry">
            <mxPoint x="-890" y="1470" as="sourcePoint" />
            <mxPoint x="-780" y="1400" as="targetPoint" />
          </mxGeometry>
        </mxCell>
        <mxCell id="MGsdMgP7l0InPqgAwvWF-84" parent="1" style="rounded=0;whiteSpace=wrap;html=1;fillColor=#dae8fc;strokeColor=#6c8ebf;" value="Server&amp;nbsp;" vertex="1">
          <mxGeometry height="80" width="60" x="-800" y="1360" as="geometry" />
        </mxCell>
        <mxCell id="MGsdMgP7l0InPqgAwvWF-85" edge="1" parent="1" style="endArrow=classic;startArrow=classic;html=1;rounded=0;entryX=0.5;entryY=0;entryDx=0;entryDy=0;exitX=0.5;exitY=0;exitDx=0;exitDy=0;" target="MGsdMgP7l0InPqgAwvWF-81" value="">
          <mxGeometry height="50" relative="1" width="50" as="geometry">
            <mxPoint x="-740" y="1180" as="sourcePoint" />
            <mxPoint x="-690" y="1250" as="targetPoint" />
          </mxGeometry>
        </mxCell>
        <mxCell id="MGsdMgP7l0InPqgAwvWF-86" edge="1" parent="1" source="MGsdMgP7l0InPqgAwvWF-81" style="endArrow=classic;startArrow=classic;html=1;rounded=0;entryX=1;entryY=0.25;entryDx=0;entryDy=0;exitX=0.5;exitY=1;exitDx=0;exitDy=0;" target="MGsdMgP7l0InPqgAwvWF-84" value="">
          <mxGeometry height="50" relative="1" width="50" as="geometry">
            <mxPoint x="-560" y="1460" as="sourcePoint" />
            <mxPoint x="-450" y="1560" as="targetPoint" />
          </mxGeometry>
        </mxCell>
        <mxCell id="MGsdMgP7l0InPqgAwvWF-88" edge="1" parent="1" style="endArrow=classic;startArrow=classic;html=1;rounded=0;entryX=0;entryY=0.5;entryDx=0;entryDy=0;exitX=0.5;exitY=1;exitDx=0;exitDy=0;" target="MGsdMgP7l0InPqgAwvWF-81" value="">
          <mxGeometry height="50" relative="1" width="50" as="geometry">
            <mxPoint x="-820" y="1280" as="sourcePoint" />
            <mxPoint x="-770" y="1340" as="targetPoint" />
          </mxGeometry>
        </mxCell>
        <mxCell id="MGsdMgP7l0InPqgAwvWF-89" parent="1" style="rounded=0;whiteSpace=wrap;html=1;fillColor=#dae8fc;strokeColor=#6c8ebf;" value="Server&amp;nbsp;" vertex="1">
          <mxGeometry height="80" width="60" x="-920" y="1640" as="geometry" />
        </mxCell>
        <mxCell id="MGsdMgP7l0InPqgAwvWF-90" parent="1" style="rounded=0;whiteSpace=wrap;html=1;fillColor=#dae8fc;strokeColor=#6c8ebf;" value="Server&amp;nbsp;" vertex="1">
          <mxGeometry height="80" width="60" x="-800" y="1520" as="geometry" />
        </mxCell>
        <mxCell id="MGsdMgP7l0InPqgAwvWF-91" parent="1" style="rounded=0;whiteSpace=wrap;html=1;fillColor=#dae8fc;strokeColor=#6c8ebf;" value="Server&amp;nbsp;" vertex="1">
          <mxGeometry height="80" width="60" x="-680" y="1640" as="geometry" />
        </mxCell>
        <mxCell id="MGsdMgP7l0InPqgAwvWF-94" parent="1" style="rounded=0;whiteSpace=wrap;html=1;fillColor=#dae8fc;strokeColor=#6c8ebf;" value="Server&amp;nbsp;" vertex="1">
          <mxGeometry height="80" width="60" x="-800" y="1760" as="geometry" />
        </mxCell>
        <mxCell id="MGsdMgP7l0InPqgAwvWF-98" parent="1" style="rounded=0;whiteSpace=wrap;html=1;fillColor=#f8cecc;strokeColor=#b85450;" value="Server&amp;nbsp;" vertex="1">
          <mxGeometry height="80" width="60" x="-800" y="1640" as="geometry" />
        </mxCell>
        <mxCell id="MGsdMgP7l0InPqgAwvWF-99" edge="1" parent="1" style="endArrow=classic;html=1;rounded=0;entryX=0.5;entryY=1;entryDx=0;entryDy=0;" target="MGsdMgP7l0InPqgAwvWF-90" value="">
          <mxGeometry height="50" relative="1" width="50" as="geometry">
            <mxPoint x="-770" y="1640" as="sourcePoint" />
            <mxPoint x="-720" y="1590" as="targetPoint" />
          </mxGeometry>
        </mxCell>
        <mxCell id="MGsdMgP7l0InPqgAwvWF-100" edge="1" parent="1" style="endArrow=classic;html=1;rounded=0;" value="">
          <mxGeometry height="50" relative="1" width="50" as="geometry">
            <mxPoint x="-801" y="1680" as="sourcePoint" />
            <mxPoint x="-860" y="1680" as="targetPoint" />
          </mxGeometry>
        </mxCell>
        <mxCell id="MGsdMgP7l0InPqgAwvWF-101" edge="1" parent="1" source="MGsdMgP7l0InPqgAwvWF-98" style="endArrow=classic;html=1;rounded=0;exitX=0.5;exitY=1;exitDx=0;exitDy=0;" target="MGsdMgP7l0InPqgAwvWF-94" value="">
          <mxGeometry height="50" relative="1" width="50" as="geometry">
            <mxPoint x="-761" y="1730" as="sourcePoint" />
            <mxPoint x="-840" y="1730" as="targetPoint" />
          </mxGeometry>
        </mxCell>
        <mxCell id="MGsdMgP7l0InPqgAwvWF-102" edge="1" parent="1" style="endArrow=classic;html=1;rounded=0;entryX=0;entryY=0.5;entryDx=0;entryDy=0;" target="MGsdMgP7l0InPqgAwvWF-91" value="">
          <mxGeometry height="50" relative="1" width="50" as="geometry">
            <mxPoint x="-740" y="1679.5" as="sourcePoint" />
            <mxPoint x="-660" y="1680" as="targetPoint" />
          </mxGeometry>
        </mxCell>
        <mxCell id="kIgsmheDJQz7XmRfPmZH-1" parent="1" style="text;html=1;whiteSpace=wrap;strokeColor=none;fillColor=none;align=left;verticalAlign=middle;rounded=0;" value="&lt;div&gt;&lt;b&gt;Replication &lt;/b&gt;: Creating identical copies of all the data, and placing each copy on a different machine.&lt;/div&gt;&lt;div&gt;&lt;b&gt;Sharding&lt;/b&gt;: Splitting the data and placing each chunk on a different machine.&lt;/div&gt;" vertex="1">
          <mxGeometry height="70" width="570" x="-1220" y="2140" as="geometry" />
        </mxCell>
        <mxCell id="kIgsmheDJQz7XmRfPmZH-2" parent="1" style="shape=cylinder3;whiteSpace=wrap;html=1;boundedLbl=1;backgroundOutline=1;size=15;" value="Db Instance" vertex="1">
          <mxGeometry height="80" width="60" x="-1320" y="2380" as="geometry" />
        </mxCell>
        <mxCell id="kIgsmheDJQz7XmRfPmZH-4" parent="1" style="rounded=0;whiteSpace=wrap;html=1;" value="Client 1" vertex="1">
          <mxGeometry height="40" width="80" x="-1560" y="2320" as="geometry" />
        </mxCell>
        <mxCell id="kIgsmheDJQz7XmRfPmZH-6" parent="1" style="rounded=0;whiteSpace=wrap;html=1;" value="Client 2" vertex="1">
          <mxGeometry height="40" width="80" x="-1560" y="2400" as="geometry" />
        </mxCell>
        <mxCell id="kIgsmheDJQz7XmRfPmZH-7" parent="1" style="rounded=0;whiteSpace=wrap;html=1;" value="Client 3" vertex="1">
          <mxGeometry height="40" width="80" x="-1560" y="2480" as="geometry" />
        </mxCell>
        <mxCell id="kIgsmheDJQz7XmRfPmZH-8" edge="1" parent="1" style="endArrow=classic;html=1;rounded=0;entryX=0;entryY=0;entryDx=0;entryDy=27.5;entryPerimeter=0;" target="kIgsmheDJQz7XmRfPmZH-2" value="">
          <mxGeometry height="50" relative="1" width="50" as="geometry">
            <mxPoint x="-1480" y="2340" as="sourcePoint" />
            <mxPoint x="-1430" y="2290" as="targetPoint" />
          </mxGeometry>
        </mxCell>
        <mxCell id="kIgsmheDJQz7XmRfPmZH-9" edge="1" parent="1" style="endArrow=classic;html=1;rounded=0;entryX=0;entryY=0.5;entryDx=0;entryDy=0;entryPerimeter=0;" target="kIgsmheDJQz7XmRfPmZH-2" value="">
          <mxGeometry height="50" relative="1" width="50" as="geometry">
            <mxPoint x="-1480" y="2420" as="sourcePoint" />
            <mxPoint x="-1320" y="2485" as="targetPoint" />
          </mxGeometry>
        </mxCell>
        <mxCell id="kIgsmheDJQz7XmRfPmZH-10" edge="1" parent="1" style="endArrow=classic;html=1;rounded=0;entryX=0;entryY=0;entryDx=0;entryDy=52.5;entryPerimeter=0;" target="kIgsmheDJQz7XmRfPmZH-2" value="">
          <mxGeometry height="50" relative="1" width="50" as="geometry">
            <mxPoint x="-1480" y="2499.52" as="sourcePoint" />
            <mxPoint x="-1320" y="2499.52" as="targetPoint" />
          </mxGeometry>
        </mxCell>
        <mxCell id="kIgsmheDJQz7XmRfPmZH-12" parent="1" style="rounded=0;whiteSpace=wrap;html=1;fillColor=none;dashed=1;dashPattern=8 8;strokeColor=#FF6666;strokeWidth=2;" value="" vertex="1">
          <mxGeometry height="120" width="120" x="-1350" y="2360" as="geometry" />
        </mxCell>
        <mxCell id="kIgsmheDJQz7XmRfPmZH-13" parent="1" style="text;whiteSpace=wrap;html=1;" value="&lt;font&gt;If all data is stored on a single machine, any network disruption — such as a router failure — could make that node unreachable, preventing the business from operating until connectivity is restored.&lt;/font&gt;" vertex="1">
          <mxGeometry height="40" width="560" x="-1560" y="2240" as="geometry" />
        </mxCell>
        <mxCell id="kIgsmheDJQz7XmRfPmZH-15" parent="1" style="shape=cylinder3;whiteSpace=wrap;html=1;boundedLbl=1;backgroundOutline=1;size=15;" value="Replica" vertex="1">
          <mxGeometry height="80" width="60" x="-620" y="2440" as="geometry" />
        </mxCell>
        <mxCell id="kIgsmheDJQz7XmRfPmZH-16" parent="1" style="rounded=0;whiteSpace=wrap;html=1;" value="Client 1" vertex="1">
          <mxGeometry height="40" width="80" x="-880" y="2320" as="geometry" />
        </mxCell>
        <mxCell id="kIgsmheDJQz7XmRfPmZH-17" parent="1" style="rounded=0;whiteSpace=wrap;html=1;" value="Client 2" vertex="1">
          <mxGeometry height="40" width="80" x="-880" y="2400" as="geometry" />
        </mxCell>
        <mxCell id="kIgsmheDJQz7XmRfPmZH-18" parent="1" style="rounded=0;whiteSpace=wrap;html=1;" value="Client 3" vertex="1">
          <mxGeometry height="40" width="80" x="-880" y="2480" as="geometry" />
        </mxCell>
        <mxCell id="kIgsmheDJQz7XmRfPmZH-19" edge="1" parent="1" style="endArrow=classic;html=1;rounded=0;entryX=0;entryY=0;entryDx=0;entryDy=27.5;entryPerimeter=0;" target="kIgsmheDJQz7XmRfPmZH-15" value="">
          <mxGeometry height="50" relative="1" width="50" as="geometry">
            <mxPoint x="-800" y="2340" as="sourcePoint" />
            <mxPoint x="-750" y="2290" as="targetPoint" />
          </mxGeometry>
        </mxCell>
        <mxCell id="kIgsmheDJQz7XmRfPmZH-20" edge="1" parent="1" style="endArrow=classic;html=1;rounded=0;entryX=0;entryY=0.5;entryDx=0;entryDy=0;entryPerimeter=0;" target="kIgsmheDJQz7XmRfPmZH-15" value="">
          <mxGeometry height="50" relative="1" width="50" as="geometry">
            <mxPoint x="-800" y="2420" as="sourcePoint" />
            <mxPoint x="-640" y="2485" as="targetPoint" />
          </mxGeometry>
        </mxCell>
        <mxCell id="kIgsmheDJQz7XmRfPmZH-21" edge="1" parent="1" style="endArrow=classic;html=1;rounded=0;entryX=0;entryY=0;entryDx=0;entryDy=52.5;entryPerimeter=0;" target="kIgsmheDJQz7XmRfPmZH-15" value="">
          <mxGeometry height="50" relative="1" width="50" as="geometry">
            <mxPoint x="-800" y="2499.52" as="sourcePoint" />
            <mxPoint x="-640" y="2499.52" as="targetPoint" />
          </mxGeometry>
        </mxCell>
        <mxCell id="kIgsmheDJQz7XmRfPmZH-23" parent="1" style="shape=cylinder3;whiteSpace=wrap;html=1;boundedLbl=1;backgroundOutline=1;size=15;" value="Master" vertex="1">
          <mxGeometry height="80" width="60" x="-620" y="2310" as="geometry" />
        </mxCell>
        <mxCell id="kIgsmheDJQz7XmRfPmZH-24" parent="1" style="rounded=0;whiteSpace=wrap;html=1;fillColor=none;dashed=1;dashPattern=8 8;strokeColor=#FF6666;strokeWidth=2;" value="" vertex="1">
          <mxGeometry height="100" width="100" x="-640" y="2300" as="geometry" />
        </mxCell>
        <mxCell id="kIgsmheDJQz7XmRfPmZH-25" parent="1" style="text;whiteSpace=wrap;html=1;" value="By maintaining replicas of our data on separate machines, we ensure that if the primary database instance becomes unavailable, the replicas can still provide access to the data and maintain business continuity." vertex="1">
          <mxGeometry height="40" width="640" x="-880" y="2240" as="geometry" />
        </mxCell>
        <mxCell id="kIgsmheDJQz7XmRfPmZH-26" parent="1" style="shape=cylinder3;whiteSpace=wrap;html=1;boundedLbl=1;backgroundOutline=1;size=15;" value="Slave" vertex="1">
          <mxGeometry height="80" width="60" x="-1300" y="2850" as="geometry" />
        </mxCell>
        <mxCell id="kIgsmheDJQz7XmRfPmZH-27" parent="1" style="rounded=0;whiteSpace=wrap;html=1;" value="Client 1" vertex="1">
          <mxGeometry height="40" width="80" x="-1560" y="2730" as="geometry" />
        </mxCell>
        <mxCell id="kIgsmheDJQz7XmRfPmZH-28" parent="1" style="rounded=0;whiteSpace=wrap;html=1;" value="Client 2" vertex="1">
          <mxGeometry height="40" width="80" x="-1560" y="2810" as="geometry" />
        </mxCell>
        <mxCell id="kIgsmheDJQz7XmRfPmZH-29" parent="1" style="rounded=0;whiteSpace=wrap;html=1;" value="Client 3" vertex="1">
          <mxGeometry height="40" width="80" x="-1560" y="2890" as="geometry" />
        </mxCell>
        <mxCell id="kIgsmheDJQz7XmRfPmZH-30" edge="1" parent="1" style="endArrow=classic;html=1;rounded=0;entryX=0;entryY=0.5;entryDx=0;entryDy=0;entryPerimeter=0;" target="kIgsmheDJQz7XmRfPmZH-33" value="">
          <mxGeometry height="50" relative="1" width="50" as="geometry">
            <mxPoint x="-1480" y="2750" as="sourcePoint" />
            <mxPoint x="-1330" y="2750" as="targetPoint" />
          </mxGeometry>
        </mxCell>
        <mxCell id="kIgsmheDJQz7XmRfPmZH-31" edge="1" parent="1" style="endArrow=classic;html=1;rounded=0;entryX=0;entryY=0.5;entryDx=0;entryDy=0;entryPerimeter=0;" target="kIgsmheDJQz7XmRfPmZH-26" value="">
          <mxGeometry height="50" relative="1" width="50" as="geometry">
            <mxPoint x="-1480" y="2830" as="sourcePoint" />
            <mxPoint x="-1320" y="2895" as="targetPoint" />
          </mxGeometry>
        </mxCell>
        <mxCell id="kIgsmheDJQz7XmRfPmZH-32" edge="1" parent="1" style="endArrow=classic;html=1;rounded=0;entryX=0;entryY=0;entryDx=0;entryDy=52.5;entryPerimeter=0;" target="kIgsmheDJQz7XmRfPmZH-26" value="">
          <mxGeometry height="50" relative="1" width="50" as="geometry">
            <mxPoint x="-1480" y="2909.52" as="sourcePoint" />
            <mxPoint x="-1320" y="2909.52" as="targetPoint" />
          </mxGeometry>
        </mxCell>
        <mxCell id="kIgsmheDJQz7XmRfPmZH-33" parent="1" style="shape=cylinder3;whiteSpace=wrap;html=1;boundedLbl=1;backgroundOutline=1;size=15;" value="Master" vertex="1">
          <mxGeometry height="80" width="60" x="-1300" y="2710" as="geometry" />
        </mxCell>
        <mxCell id="kIgsmheDJQz7XmRfPmZH-35" parent="1" style="text;html=1;whiteSpace=wrap;strokeColor=none;fillColor=none;align=center;verticalAlign=middle;rounded=0;" value="Write (X=20)" vertex="1">
          <mxGeometry height="30" width="90" x="-1440" y="2720" as="geometry" />
        </mxCell>
        <mxCell id="kIgsmheDJQz7XmRfPmZH-36" edge="1" parent="1" style="endArrow=classic;html=1;rounded=0;entryX=0.5;entryY=0;entryDx=0;entryDy=0;entryPerimeter=0;dashed=1;dashPattern=8 8;" target="kIgsmheDJQz7XmRfPmZH-26" value="">
          <mxGeometry height="50" relative="1" width="50" as="geometry">
            <mxPoint x="-1270" y="2790" as="sourcePoint" />
            <mxPoint x="-1220" y="2740" as="targetPoint" />
          </mxGeometry>
        </mxCell>
        <mxCell id="kIgsmheDJQz7XmRfPmZH-37" parent="1" style="shape=cylinder3;whiteSpace=wrap;html=1;boundedLbl=1;backgroundOutline=1;size=15;" value="Slave" vertex="1">
          <mxGeometry height="80" width="60" x="-860" y="2850" as="geometry" />
        </mxCell>
        <mxCell id="kIgsmheDJQz7XmRfPmZH-38" parent="1" style="rounded=0;whiteSpace=wrap;html=1;" value="Client 1" vertex="1">
          <mxGeometry height="40" width="80" x="-1120" y="2730" as="geometry" />
        </mxCell>
        <mxCell id="kIgsmheDJQz7XmRfPmZH-39" parent="1" style="rounded=0;whiteSpace=wrap;html=1;" value="Client 2" vertex="1">
          <mxGeometry height="40" width="80" x="-1120" y="2810" as="geometry" />
        </mxCell>
        <mxCell id="kIgsmheDJQz7XmRfPmZH-40" parent="1" style="rounded=0;whiteSpace=wrap;html=1;" value="Client 3" vertex="1">
          <mxGeometry height="40" width="80" x="-1120" y="2890" as="geometry" />
        </mxCell>
        <mxCell id="kIgsmheDJQz7XmRfPmZH-41" edge="1" parent="1" style="endArrow=classic;html=1;rounded=0;entryX=0;entryY=0;entryDx=0;entryDy=15;entryPerimeter=0;" target="kIgsmheDJQz7XmRfPmZH-37" value="">
          <mxGeometry height="50" relative="1" width="50" as="geometry">
            <mxPoint x="-1040" y="2750" as="sourcePoint" />
            <mxPoint x="-890" y="2750" as="targetPoint" />
          </mxGeometry>
        </mxCell>
        <mxCell id="kIgsmheDJQz7XmRfPmZH-42" edge="1" parent="1" style="endArrow=classic;html=1;rounded=0;entryX=0;entryY=0.5;entryDx=0;entryDy=0;entryPerimeter=0;" target="kIgsmheDJQz7XmRfPmZH-37" value="">
          <mxGeometry height="50" relative="1" width="50" as="geometry">
            <mxPoint x="-1040" y="2830" as="sourcePoint" />
            <mxPoint x="-880" y="2895" as="targetPoint" />
          </mxGeometry>
        </mxCell>
        <mxCell id="kIgsmheDJQz7XmRfPmZH-43" edge="1" parent="1" style="endArrow=classic;html=1;rounded=0;entryX=0;entryY=0;entryDx=0;entryDy=52.5;entryPerimeter=0;" target="kIgsmheDJQz7XmRfPmZH-37" value="">
          <mxGeometry height="50" relative="1" width="50" as="geometry">
            <mxPoint x="-1040" y="2909.52" as="sourcePoint" />
            <mxPoint x="-880" y="2909.52" as="targetPoint" />
          </mxGeometry>
        </mxCell>
        <mxCell id="kIgsmheDJQz7XmRfPmZH-44" parent="1" style="shape=cylinder3;whiteSpace=wrap;html=1;boundedLbl=1;backgroundOutline=1;size=15;" value="Master" vertex="1">
          <mxGeometry height="80" width="60" x="-860" y="2710" as="geometry" />
        </mxCell>
        <mxCell id="kIgsmheDJQz7XmRfPmZH-45" parent="1" style="text;html=1;whiteSpace=wrap;strokeColor=none;fillColor=none;align=center;verticalAlign=middle;rounded=0;" value="Write (X=20)" vertex="1">
          <mxGeometry height="30" width="90" x="-990" y="2770" as="geometry" />
        </mxCell>
        <mxCell id="kIgsmheDJQz7XmRfPmZH-46" edge="1" parent="1" style="endArrow=classic;html=1;rounded=0;entryX=0.5;entryY=0;entryDx=0;entryDy=0;entryPerimeter=0;dashed=1;dashPattern=8 8;" target="kIgsmheDJQz7XmRfPmZH-37" value="">
          <mxGeometry height="50" relative="1" width="50" as="geometry">
            <mxPoint x="-830" y="2790" as="sourcePoint" />
            <mxPoint x="-780" y="2740" as="targetPoint" />
          </mxGeometry>
        </mxCell>
        <mxCell id="kIgsmheDJQz7XmRfPmZH-47" parent="1" style="text;html=1;whiteSpace=wrap;strokeColor=none;fillColor=none;align=center;verticalAlign=middle;rounded=0;fontStyle=1" value="Master - Slave Architecture - Failover" vertex="1">
          <mxGeometry height="30" width="280" x="-1275" y="2610" as="geometry" />
        </mxCell>
        <mxCell id="kIgsmheDJQz7XmRfPmZH-48" edge="1" parent="1" style="endArrow=none;html=1;rounded=0;strokeWidth=3;strokeColor=light-dark(#ff0000, #ededed);" value="">
          <mxGeometry height="50" relative="1" width="50" as="geometry">
            <mxPoint x="-790" y="2792" as="sourcePoint" />
            <mxPoint x="-870" y="2712" as="targetPoint" />
          </mxGeometry>
        </mxCell>
        <mxCell id="kIgsmheDJQz7XmRfPmZH-49" edge="1" parent="1" style="endArrow=none;html=1;rounded=0;strokeWidth=3;strokeColor=light-dark(#ff0000, #ededed);" value="">
          <mxGeometry height="50" relative="1" width="50" as="geometry">
            <mxPoint x="-870" y="2792" as="sourcePoint" />
            <mxPoint x="-790" y="2712" as="targetPoint" />
          </mxGeometry>
        </mxCell>
        <mxCell id="kIgsmheDJQz7XmRfPmZH-52" parent="1" style="text;html=1;whiteSpace=wrap;strokeColor=none;fillColor=none;align=center;verticalAlign=middle;rounded=0;" value="Read&amp;nbsp;" vertex="1">
          <mxGeometry height="30" width="90" x="-1010" y="2870" as="geometry" />
        </mxCell>
        <mxCell id="kIgsmheDJQz7XmRfPmZH-53" edge="1" parent="1" style="endArrow=classic;html=1;rounded=0;strokeColor=light-dark(#008080, #ededed);strokeWidth=2;" value="">
          <mxGeometry height="50" relative="1" width="50" as="geometry">
            <mxPoint x="-800" y="2902.52" as="sourcePoint" />
            <mxPoint x="-740" y="2902.52" as="targetPoint" />
          </mxGeometry>
        </mxCell>
        <mxCell id="kIgsmheDJQz7XmRfPmZH-54" parent="1" style="text;html=1;whiteSpace=wrap;strokeColor=none;fillColor=none;align=center;verticalAlign=middle;rounded=0;" value="&lt;b&gt;Master&lt;/b&gt;" vertex="1">
          <mxGeometry height="30" width="55" x="-740" y="2888" as="geometry" />
        </mxCell>
        <mxCell id="kIgsmheDJQz7XmRfPmZH-56" parent="1" style="text;html=1;whiteSpace=wrap;strokeColor=none;fillColor=none;align=center;verticalAlign=middle;rounded=0;" value="Read&amp;nbsp;" vertex="1">
          <mxGeometry height="30" width="90" x="-1450" y="2870" as="geometry" />
        </mxCell>
        <mxCell id="kIgsmheDJQz7XmRfPmZH-57" parent="1" style="text;html=1;whiteSpace=wrap;strokeColor=none;fillColor=none;align=center;verticalAlign=middle;rounded=0;fontStyle=1" value="Master - Master Architecture - Failover" vertex="1">
          <mxGeometry height="30" width="260" x="-1260" y="3080" as="geometry" />
        </mxCell>
        <mxCell id="kIgsmheDJQz7XmRfPmZH-58" parent="1" style="shape=cylinder3;whiteSpace=wrap;html=1;boundedLbl=1;backgroundOutline=1;size=15;" value="Master" vertex="1">
          <mxGeometry height="80" width="60" x="-1300" y="3270" as="geometry" />
        </mxCell>
        <mxCell id="kIgsmheDJQz7XmRfPmZH-59" parent="1" style="rounded=0;whiteSpace=wrap;html=1;" value="Client 1" vertex="1">
          <mxGeometry height="40" width="80" x="-1560" y="3150" as="geometry" />
        </mxCell>
        <mxCell id="kIgsmheDJQz7XmRfPmZH-60" parent="1" style="rounded=0;whiteSpace=wrap;html=1;" value="Client 2" vertex="1">
          <mxGeometry height="40" width="80" x="-1560" y="3230" as="geometry" />
        </mxCell>
        <mxCell id="kIgsmheDJQz7XmRfPmZH-61" parent="1" style="rounded=0;whiteSpace=wrap;html=1;" value="Client 3" vertex="1">
          <mxGeometry height="40" width="80" x="-1560" y="3310" as="geometry" />
        </mxCell>
        <mxCell id="kIgsmheDJQz7XmRfPmZH-62" edge="1" parent="1" style="endArrow=classic;html=1;rounded=0;entryX=0;entryY=0.5;entryDx=0;entryDy=0;entryPerimeter=0;" target="kIgsmheDJQz7XmRfPmZH-65" value="">
          <mxGeometry height="50" relative="1" width="50" as="geometry">
            <mxPoint x="-1480" y="3170" as="sourcePoint" />
            <mxPoint x="-1330" y="3170" as="targetPoint" />
          </mxGeometry>
        </mxCell>
        <mxCell id="kIgsmheDJQz7XmRfPmZH-63" edge="1" parent="1" style="endArrow=classic;html=1;rounded=0;entryX=0;entryY=0.5;entryDx=0;entryDy=0;entryPerimeter=0;" target="kIgsmheDJQz7XmRfPmZH-58" value="">
          <mxGeometry height="50" relative="1" width="50" as="geometry">
            <mxPoint x="-1480" y="3250" as="sourcePoint" />
            <mxPoint x="-1320" y="3315" as="targetPoint" />
          </mxGeometry>
        </mxCell>
        <mxCell id="kIgsmheDJQz7XmRfPmZH-64" edge="1" parent="1" style="endArrow=classic;html=1;rounded=0;entryX=0;entryY=0;entryDx=0;entryDy=52.5;entryPerimeter=0;" target="kIgsmheDJQz7XmRfPmZH-58" value="">
          <mxGeometry height="50" relative="1" width="50" as="geometry">
            <mxPoint x="-1480" y="3329.52" as="sourcePoint" />
            <mxPoint x="-1320" y="3329.52" as="targetPoint" />
          </mxGeometry>
        </mxCell>
        <mxCell id="kIgsmheDJQz7XmRfPmZH-65" parent="1" style="shape=cylinder3;whiteSpace=wrap;html=1;boundedLbl=1;backgroundOutline=1;size=15;" value="Master" vertex="1">
          <mxGeometry height="80" width="60" x="-1300" y="3130" as="geometry" />
        </mxCell>
        <mxCell id="kIgsmheDJQz7XmRfPmZH-66" parent="1" style="text;html=1;whiteSpace=wrap;strokeColor=none;fillColor=none;align=center;verticalAlign=middle;rounded=0;" value="Write" vertex="1">
          <mxGeometry height="30" width="90" x="-1440" y="3140" as="geometry" />
        </mxCell>
        <mxCell id="kIgsmheDJQz7XmRfPmZH-68" parent="1" style="text;html=1;whiteSpace=wrap;strokeColor=none;fillColor=none;align=center;verticalAlign=middle;rounded=0;" value="Read&amp;nbsp;" vertex="1">
          <mxGeometry height="30" width="90" x="-1450" y="3290" as="geometry" />
        </mxCell>
        <mxCell id="kIgsmheDJQz7XmRfPmZH-69" parent="1" style="rounded=0;whiteSpace=wrap;html=1;" value="Client 3" vertex="1">
          <mxGeometry height="40" width="80" x="-1560" y="3390" as="geometry" />
        </mxCell>
        <mxCell id="kIgsmheDJQz7XmRfPmZH-70" parent="1" style="shape=cylinder3;whiteSpace=wrap;html=1;boundedLbl=1;backgroundOutline=1;size=15;" value="Master" vertex="1">
          <mxGeometry height="80" width="60" x="-1300" y="3410" as="geometry" />
        </mxCell>
        <mxCell id="kIgsmheDJQz7XmRfPmZH-71" parent="1" style="rounded=0;whiteSpace=wrap;html=1;" value="Client 3" vertex="1">
          <mxGeometry height="40" width="80" x="-1560" y="3470" as="geometry" />
        </mxCell>
        <mxCell id="kIgsmheDJQz7XmRfPmZH-72" edge="1" parent="1" style="endArrow=classic;html=1;rounded=0;entryX=0;entryY=1;entryDx=0;entryDy=-15;entryPerimeter=0;" target="kIgsmheDJQz7XmRfPmZH-65" value="">
          <mxGeometry height="50" relative="1" width="50" as="geometry">
            <mxPoint x="-1480" y="3246.52" as="sourcePoint" />
            <mxPoint x="-1300" y="3240" as="targetPoint" />
          </mxGeometry>
        </mxCell>
        <mxCell id="kIgsmheDJQz7XmRfPmZH-73" parent="1" style="text;html=1;whiteSpace=wrap;strokeColor=none;fillColor=none;align=center;verticalAlign=middle;rounded=0;" value="Read&amp;nbsp;" vertex="1">
          <mxGeometry height="30" width="90" x="-1460" y="3200" as="geometry" />
        </mxCell>
        <mxCell id="kIgsmheDJQz7XmRfPmZH-74" edge="1" parent="1" style="endArrow=classic;html=1;rounded=0;entryX=0;entryY=1;entryDx=0;entryDy=-15;entryPerimeter=0;" target="kIgsmheDJQz7XmRfPmZH-58" value="">
          <mxGeometry height="50" relative="1" width="50" as="geometry">
            <mxPoint x="-1480" y="3410" as="sourcePoint" />
            <mxPoint x="-1300" y="3410" as="targetPoint" />
          </mxGeometry>
        </mxCell>
        <mxCell id="kIgsmheDJQz7XmRfPmZH-75" edge="1" parent="1" style="endArrow=classic;html=1;rounded=0;entryX=0;entryY=0;entryDx=0;entryDy=52.5;entryPerimeter=0;" target="kIgsmheDJQz7XmRfPmZH-70" value="">
          <mxGeometry height="50" relative="1" width="50" as="geometry">
            <mxPoint x="-1480" y="3490" as="sourcePoint" />
            <mxPoint x="-1300" y="3415" as="targetPoint" />
          </mxGeometry>
        </mxCell>
        <mxCell id="kIgsmheDJQz7XmRfPmZH-76" edge="1" parent="1" style="endArrow=classic;html=1;rounded=0;entryX=0;entryY=0.5;entryDx=0;entryDy=0;entryPerimeter=0;" target="kIgsmheDJQz7XmRfPmZH-70" value="">
          <mxGeometry height="50" relative="1" width="50" as="geometry">
            <mxPoint x="-1480" y="3417" as="sourcePoint" />
            <mxPoint x="-1305" y="3390" as="targetPoint" />
          </mxGeometry>
        </mxCell>
        <mxCell id="kIgsmheDJQz7XmRfPmZH-77" parent="1" style="text;html=1;whiteSpace=wrap;strokeColor=none;fillColor=none;align=center;verticalAlign=middle;rounded=0;" value="Write" vertex="1">
          <mxGeometry height="30" width="90" x="-1450" y="3350" as="geometry" />
        </mxCell>
        <mxCell id="kIgsmheDJQz7XmRfPmZH-80" parent="1" style="text;html=1;whiteSpace=wrap;strokeColor=none;fillColor=none;align=center;verticalAlign=middle;rounded=0;" value="Read&amp;nbsp;" vertex="1">
          <mxGeometry height="30" width="90" x="-1450" y="3440" as="geometry" />
        </mxCell>
        <mxCell id="kIgsmheDJQz7XmRfPmZH-81" parent="1" style="text;html=1;whiteSpace=wrap;strokeColor=none;fillColor=none;align=center;verticalAlign=middle;rounded=0;" value="Write" vertex="1">
          <mxGeometry height="30" width="90" x="-1440" y="3410" as="geometry" />
        </mxCell>
        <mxCell id="kIgsmheDJQz7XmRfPmZH-82" parent="1" style="text;html=1;whiteSpace=wrap;strokeColor=none;fillColor=none;align=center;verticalAlign=middle;rounded=0;" value="Write" vertex="1">
          <mxGeometry height="30" width="90" x="-1430" y="3250" as="geometry" />
        </mxCell>
        <mxCell id="kIgsmheDJQz7XmRfPmZH-83" parent="1" style="text;whiteSpace=wrap;html=1;" value="In a two-node master–slave architecture, data written to the master may not appear immediately on replicas, causing temporary inconsistencies. Once the updates are propagated, all replicas become consistent again — a model known as eventual consistency." vertex="1">
          <mxGeometry height="40" width="880" x="-1560" y="2640" as="geometry" />
        </mxCell>
        <mxCell id="kIgsmheDJQz7XmRfPmZH-84" parent="1" style="text;html=1;whiteSpace=wrap;strokeColor=none;fillColor=none;align=left;verticalAlign=middle;rounded=0;" value="&lt;div&gt;&lt;b&gt;Eventual Consistency&amp;nbsp;&lt;/b&gt;&lt;/div&gt;&lt;div&gt;&lt;br&gt;&lt;/div&gt;&lt;div&gt;&lt;ul&gt;&lt;li&gt;In this model, if no further updates are made, eventually all readers will have access to the newest data.&lt;/li&gt;&lt;li&gt;However temporarily some readers may see stale data&lt;/li&gt;&lt;li&gt;Provides lower latency and higher availability&amp;nbsp;&lt;/li&gt;&lt;li&gt;Good choice for systems that do not need to have the most up to date data across the board.&lt;/li&gt;&lt;li&gt;Examples:&lt;/li&gt;&lt;ul&gt;&lt;li&gt;Posts/updates to social media profile&lt;/li&gt;&lt;li&gt;Analytics for product ratings and number of reviews&lt;/li&gt;&lt;/ul&gt;&lt;/ul&gt;&lt;/div&gt;" vertex="1">
          <mxGeometry height="160" width="640" x="-640" y="2640" as="geometry" />
        </mxCell>
        <mxCell id="kIgsmheDJQz7XmRfPmZH-86" parent="1" style="text;html=1;whiteSpace=wrap;strokeColor=none;fillColor=none;align=left;verticalAlign=middle;rounded=0;" value="&lt;div&gt;&lt;b&gt;Strict Consistency&lt;/b&gt;&amp;nbsp;&lt;/div&gt;&lt;div&gt;&lt;br&gt;&lt;/div&gt;&lt;div&gt;&lt;ul&gt;&lt;li&gt;In Strict Consistency, the writer will not get an acknowledgement until we can guarantee that all the readers will see the new data.&lt;/li&gt;&lt;li&gt;Slows down operations and limits system&#39;s availability (if some replicas are temporarily not accessible)&lt;/li&gt;&lt;li&gt;Essential for systems that need to be consistent across all the services.&lt;/li&gt;&lt;li&gt;Examples:&lt;/li&gt;&lt;ul&gt;&lt;li&gt;User&#39;s Account&lt;/li&gt;&lt;li&gt;Number of items in a store&#39;s inventory&amp;nbsp;&lt;/li&gt;&lt;li&gt;Available/Booked seats in a theater&lt;/li&gt;&lt;/ul&gt;&lt;/ul&gt;&lt;/div&gt;" vertex="1">
          <mxGeometry height="200" width="480" x="-880" y="3120" as="geometry" />
        </mxCell>
        <mxCell id="kIgsmheDJQz7XmRfPmZH-87" parent="1" style="text;html=1;whiteSpace=wrap;strokeColor=none;fillColor=none;align=left;verticalAlign=middle;rounded=0;" value="&lt;div&gt;Quorum Consensus - Record Version&lt;/div&gt;&lt;div&gt;&lt;br&gt;&lt;/div&gt;" vertex="1">
          <mxGeometry height="30" width="360" x="-880" y="3330" as="geometry" />
        </mxCell>
        <mxCell id="kIgsmheDJQz7XmRfPmZH-88" parent="1" style="text;html=1;whiteSpace=wrap;strokeColor=none;fillColor=none;align=center;verticalAlign=middle;rounded=0;" value="Record:&amp;nbsp;" vertex="1">
          <mxGeometry height="30" width="80" x="-880" y="3365" as="geometry" />
        </mxCell>
        <mxCell id="kIgsmheDJQz7XmRfPmZH-89" parent="1" style="rounded=0;whiteSpace=wrap;html=1;fillColor=#fff2cc;strokeColor=#d6b656;" value="Key" vertex="1">
          <mxGeometry height="40" width="80" x="-800" y="3360" as="geometry" />
        </mxCell>
        <mxCell id="kIgsmheDJQz7XmRfPmZH-90" parent="1" style="rounded=0;whiteSpace=wrap;html=1;fillColor=#fff2cc;strokeColor=#d6b656;" value="Data" vertex="1">
          <mxGeometry height="40" width="80" x="-720" y="3360" as="geometry" />
        </mxCell>
        <mxCell id="kIgsmheDJQz7XmRfPmZH-91" parent="1" style="rounded=0;whiteSpace=wrap;html=1;fillColor=#f8cecc;strokeColor=#b85450;" value="Version" vertex="1">
          <mxGeometry height="40" width="80" x="-640" y="3360" as="geometry" />
        </mxCell>
        <mxCell id="kIgsmheDJQz7XmRfPmZH-92" parent="1" style="text;html=1;whiteSpace=wrap;strokeColor=none;fillColor=none;align=left;verticalAlign=middle;rounded=0;" value="Every update to a record increments the version number" vertex="1">
          <mxGeometry height="30" width="360" x="-880" y="3410" as="geometry" />
        </mxCell>
        <mxCell id="kIgsmheDJQz7XmRfPmZH-93" parent="1" style="text;html=1;whiteSpace=wrap;strokeColor=none;fillColor=none;align=center;verticalAlign=middle;rounded=0;" value="Old Record:" vertex="1">
          <mxGeometry height="30" width="80" x="-880" y="3445" as="geometry" />
        </mxCell>
        <mxCell id="kIgsmheDJQz7XmRfPmZH-94" parent="1" style="rounded=0;whiteSpace=wrap;html=1;fillColor=#fff2cc;strokeColor=#d6b656;" value="Key 1" vertex="1">
          <mxGeometry height="40" width="80" x="-800" y="3440" as="geometry" />
        </mxCell>
        <mxCell id="kIgsmheDJQz7XmRfPmZH-95" parent="1" style="rounded=0;whiteSpace=wrap;html=1;fillColor=#fff2cc;strokeColor=#d6b656;" value="Data 1" vertex="1">
          <mxGeometry height="40" width="80" x="-720" y="3440" as="geometry" />
        </mxCell>
        <mxCell id="kIgsmheDJQz7XmRfPmZH-96" parent="1" style="rounded=0;whiteSpace=wrap;html=1;fillColor=#f8cecc;strokeColor=#b85450;" value="1" vertex="1">
          <mxGeometry height="40" width="80" x="-640" y="3440" as="geometry" />
        </mxCell>
        <mxCell id="kIgsmheDJQz7XmRfPmZH-97" parent="1" style="text;html=1;whiteSpace=wrap;strokeColor=none;fillColor=none;align=center;verticalAlign=middle;rounded=0;" value="New Record:" vertex="1">
          <mxGeometry height="30" width="80" x="-880" y="3495" as="geometry" />
        </mxCell>
        <mxCell id="kIgsmheDJQz7XmRfPmZH-98" parent="1" style="rounded=0;whiteSpace=wrap;html=1;fillColor=#fff2cc;strokeColor=#d6b656;" value="Key 1" vertex="1">
          <mxGeometry height="40" width="80" x="-800" y="3490" as="geometry" />
        </mxCell>
        <mxCell id="kIgsmheDJQz7XmRfPmZH-99" parent="1" style="rounded=0;whiteSpace=wrap;html=1;fillColor=#fff2cc;strokeColor=#d6b656;" value="Data 2" vertex="1">
          <mxGeometry height="40" width="80" x="-720" y="3490" as="geometry" />
        </mxCell>
        <mxCell id="kIgsmheDJQz7XmRfPmZH-100" parent="1" style="rounded=0;whiteSpace=wrap;html=1;fillColor=#f8cecc;strokeColor=#b85450;" value="2" vertex="1">
          <mxGeometry height="40" width="80" x="-640" y="3490" as="geometry" />
        </mxCell>
        <mxCell id="kIgsmheDJQz7XmRfPmZH-102" parent="1" style="shape=cylinder3;whiteSpace=wrap;html=1;boundedLbl=1;backgroundOutline=1;size=15;fillColor=#d5e8d4;strokeColor=#82b366;" value="X = 20" vertex="1">
          <mxGeometry height="80" width="60" x="-1360" y="3810" as="geometry" />
        </mxCell>
        <mxCell id="kIgsmheDJQz7XmRfPmZH-103" parent="1" style="shape=cylinder3;whiteSpace=wrap;html=1;boundedLbl=1;backgroundOutline=1;size=15;fillColor=#d5e8d4;strokeColor=#82b366;" value="X = 20" vertex="1">
          <mxGeometry height="80" width="60" x="-1360" y="3960" as="geometry" />
        </mxCell>
        <mxCell id="kIgsmheDJQz7XmRfPmZH-104" parent="1" style="shape=cylinder3;whiteSpace=wrap;html=1;boundedLbl=1;backgroundOutline=1;size=15;fillColor=#d5e8d4;strokeColor=#82b366;" value="X = 20" vertex="1">
          <mxGeometry height="80" width="60" x="-1240" y="3880" as="geometry" />
        </mxCell>
        <mxCell id="kIgsmheDJQz7XmRfPmZH-105" parent="1" style="shape=cylinder3;whiteSpace=wrap;html=1;boundedLbl=1;backgroundOutline=1;size=15;fillColor=#fff2cc;strokeColor=#d6b656;" value="X = 10" vertex="1">
          <mxGeometry height="80" width="60" x="-1120" y="3810" as="geometry" />
        </mxCell>
        <mxCell id="kIgsmheDJQz7XmRfPmZH-106" parent="1" style="shape=cylinder3;whiteSpace=wrap;html=1;boundedLbl=1;backgroundOutline=1;size=15;fillColor=#fff2cc;strokeColor=#d6b656;" value="X = 10" vertex="1">
          <mxGeometry height="80" width="60" x="-1120" y="3960" as="geometry" />
        </mxCell>
        <mxCell id="kIgsmheDJQz7XmRfPmZH-107" edge="1" parent="1" style="endArrow=classic;html=1;rounded=0;entryX=0;entryY=0.5;entryDx=0;entryDy=0;entryPerimeter=0;" target="kIgsmheDJQz7XmRfPmZH-102" value="">
          <mxGeometry height="50" relative="1" width="50" as="geometry">
            <mxPoint x="-1560" y="3920" as="sourcePoint" />
            <mxPoint x="-1630" y="3870" as="targetPoint" />
          </mxGeometry>
        </mxCell>
        <mxCell id="kIgsmheDJQz7XmRfPmZH-108" edge="1" parent="1" style="endArrow=classic;html=1;rounded=0;entryX=0;entryY=0.5;entryDx=0;entryDy=0;entryPerimeter=0;" target="kIgsmheDJQz7XmRfPmZH-104" value="">
          <mxGeometry height="50" relative="1" width="50" as="geometry">
            <mxPoint x="-1560" y="3920" as="sourcePoint" />
            <mxPoint x="-1355" y="3890" as="targetPoint" />
          </mxGeometry>
        </mxCell>
        <mxCell id="kIgsmheDJQz7XmRfPmZH-109" edge="1" parent="1" style="endArrow=classic;html=1;rounded=0;entryX=0;entryY=0.5;entryDx=0;entryDy=0;entryPerimeter=0;" target="kIgsmheDJQz7XmRfPmZH-103" value="">
          <mxGeometry height="50" relative="1" width="50" as="geometry">
            <mxPoint x="-1560" y="3920" as="sourcePoint" />
            <mxPoint x="-1360" y="4000" as="targetPoint" />
          </mxGeometry>
        </mxCell>
        <mxCell id="kIgsmheDJQz7XmRfPmZH-110" parent="1" style="text;html=1;whiteSpace=wrap;strokeColor=none;fillColor=none;align=center;verticalAlign=middle;rounded=0;rotation=-20;" value="Write (X = 20)" vertex="1">
          <mxGeometry height="30" width="90" x="-1520" y="3850" as="geometry" />
        </mxCell>
        <mxCell id="kIgsmheDJQz7XmRfPmZH-111" parent="1" style="text;html=1;whiteSpace=wrap;strokeColor=none;fillColor=none;align=center;verticalAlign=middle;rounded=0;" value="Write (X = 20)" vertex="1">
          <mxGeometry height="30" width="90" x="-1470" y="3890" as="geometry" />
        </mxCell>
        <mxCell id="kIgsmheDJQz7XmRfPmZH-112" parent="1" style="text;html=1;whiteSpace=wrap;strokeColor=none;fillColor=none;align=center;verticalAlign=middle;rounded=0;rotation=20;" value="Write (X = 20)" vertex="1">
          <mxGeometry height="30" width="90" x="-1530" y="3960" as="geometry" />
        </mxCell>
        <mxCell id="kIgsmheDJQz7XmRfPmZH-113" edge="1" parent="1" style="endArrow=classic;html=1;rounded=0;entryX=1;entryY=0.5;entryDx=0;entryDy=0;entryPerimeter=0;" target="kIgsmheDJQz7XmRfPmZH-105" value="">
          <mxGeometry height="50" relative="1" width="50" as="geometry">
            <mxPoint x="-840" y="3920" as="sourcePoint" />
            <mxPoint x="-755" y="3870" as="targetPoint" />
          </mxGeometry>
        </mxCell>
        <mxCell id="kIgsmheDJQz7XmRfPmZH-114" edge="1" parent="1" style="endArrow=classic;html=1;rounded=0;entryX=1;entryY=0.5;entryDx=0;entryDy=0;entryPerimeter=0;" value="">
          <mxGeometry height="50" relative="1" width="50" as="geometry">
            <mxPoint x="-840" y="3920" as="sourcePoint" />
            <mxPoint x="-1180" y="3920" as="targetPoint" />
          </mxGeometry>
        </mxCell>
        <mxCell id="kIgsmheDJQz7XmRfPmZH-115" edge="1" parent="1" style="endArrow=classic;html=1;rounded=0;entryX=1;entryY=0.5;entryDx=0;entryDy=0;entryPerimeter=0;" value="">
          <mxGeometry height="50" relative="1" width="50" as="geometry">
            <mxPoint x="-840" y="3920" as="sourcePoint" />
            <mxPoint x="-1060" y="4000" as="targetPoint" />
          </mxGeometry>
        </mxCell>
        <mxCell id="kIgsmheDJQz7XmRfPmZH-116" parent="1" style="text;html=1;whiteSpace=wrap;strokeColor=none;fillColor=none;align=center;verticalAlign=middle;rounded=0;" value="Read (X)" vertex="1">
          <mxGeometry height="30" width="90" x="-990" y="3850" as="geometry" />
        </mxCell>
        <mxCell id="kIgsmheDJQz7XmRfPmZH-117" parent="1" style="text;html=1;whiteSpace=wrap;strokeColor=none;fillColor=none;align=center;verticalAlign=middle;rounded=0;" value="Read (X)" vertex="1">
          <mxGeometry height="30" width="90" x="-1020" y="3890" as="geometry" />
        </mxCell>
        <mxCell id="kIgsmheDJQz7XmRfPmZH-118" parent="1" style="text;html=1;whiteSpace=wrap;strokeColor=none;fillColor=none;align=center;verticalAlign=middle;rounded=0;" value="Read (X)" vertex="1">
          <mxGeometry height="30" width="90" x="-985" y="3960" as="geometry" />
        </mxCell>
        <mxCell id="kIgsmheDJQz7XmRfPmZH-119" parent="1" style="ellipse;whiteSpace=wrap;html=1;aspect=fixed;fillColor=none;dashed=1;strokeColor=light-dark(#ff8080, #d7817e);strokeWidth=2;" value="" vertex="1">
          <mxGeometry height="130" width="130" x="-1275" y="3855" as="geometry" />
        </mxCell>
        <mxCell id="Io5r8TIleDU7Dubmd4Zl-1" parent="1" style="text;html=1;whiteSpace=wrap;strokeColor=none;fillColor=none;align=left;verticalAlign=middle;rounded=0;" value="&lt;div&gt;Quorum Consensus - Definitions&lt;/div&gt;&lt;div&gt;&lt;ul&gt;&lt;li&gt;R - Minimum number of nodes a reader needs to read from&lt;/li&gt;&lt;li&gt;W - Minimum number of nodes a writer needs to write to&amp;nbsp;&lt;/li&gt;&lt;li&gt;N - Number of nodes in the database cluster&lt;/li&gt;&lt;/ul&gt;&lt;div&gt;&lt;b&gt;R + W &amp;gt; N -&amp;nbsp;&lt;/b&gt;Guarantees Strict Consistency&lt;/div&gt;&lt;/div&gt;" vertex="1">
          <mxGeometry height="110" width="600" x="-1560" y="3610" as="geometry" />
        </mxCell>
        <mxCell id="Io5r8TIleDU7Dubmd4Zl-2" parent="1" style="text;whiteSpace=wrap;html=1;" value="In a 5-node cluster with read and write quorums of 3, any read operation is guaranteed to overlap with the latest write operation. This allows clients to compare record versions and identify the most recent value, ensuring consistency across the system." vertex="1">
          <mxGeometry height="40" width="680" x="-1560" y="3760" as="geometry" />
        </mxCell>
        <mxCell id="Io5r8TIleDU7Dubmd4Zl-3" parent="1" style="shape=cylinder3;whiteSpace=wrap;html=1;boundedLbl=1;backgroundOutline=1;size=15;fillColor=#d5e8d4;strokeColor=#82b366;" value="" vertex="1">
          <mxGeometry height="80" width="60" x="-1480" y="4240" as="geometry" />
        </mxCell>
        <mxCell id="Io5r8TIleDU7Dubmd4Zl-4" parent="1" style="shape=cylinder3;whiteSpace=wrap;html=1;boundedLbl=1;backgroundOutline=1;size=15;fillColor=#fff2cc;strokeColor=#d6b656;" value="" vertex="1">
          <mxGeometry height="80" width="60" x="-1300" y="4240" as="geometry" />
        </mxCell>
        <mxCell id="Io5r8TIleDU7Dubmd4Zl-6" parent="1" style="shape=cylinder3;whiteSpace=wrap;html=1;boundedLbl=1;backgroundOutline=1;size=15;fillColor=#d5e8d4;strokeColor=#82b366;" value="" vertex="1">
          <mxGeometry height="80" width="60" x="-1390" y="4360" as="geometry" />
        </mxCell>
        <mxCell id="Io5r8TIleDU7Dubmd4Zl-7" parent="1" style="shape=cylinder3;whiteSpace=wrap;html=1;boundedLbl=1;backgroundOutline=1;size=15;fillColor=#d5e8d4;strokeColor=#82b366;" value="" vertex="1">
          <mxGeometry height="80" width="60" x="-1480" y="4480" as="geometry" />
        </mxCell>
        <mxCell id="Io5r8TIleDU7Dubmd4Zl-8" parent="1" style="shape=cylinder3;whiteSpace=wrap;html=1;boundedLbl=1;backgroundOutline=1;size=15;fillColor=#fff2cc;strokeColor=#d6b656;" value="" vertex="1">
          <mxGeometry height="80" width="60" x="-1300" y="4480" as="geometry" />
        </mxCell>
        <mxCell id="Io5r8TIleDU7Dubmd4Zl-9" parent="1" style="rounded=1;whiteSpace=wrap;html=1;fillColor=none;strokeColor=light-dark(#808000, #ededed);dashed=1;" value="" vertex="1">
          <mxGeometry height="340" width="80" x="-1310" y="4230" as="geometry" />
        </mxCell>
        <mxCell id="Io5r8TIleDU7Dubmd4Zl-10" edge="1" parent="1" style="endArrow=none;html=1;rounded=0;fillColor=#f8cecc;strokeColor=#b85450;" value="">
          <mxGeometry height="50" relative="1" width="50" as="geometry">
            <Array as="points">
              <mxPoint x="-1490" y="4220" />
              <mxPoint x="-1400" y="4220" />
            </Array>
            <mxPoint x="-1490" y="4580" as="sourcePoint" />
            <mxPoint x="-1180" y="4580" as="targetPoint" />
          </mxGeometry>
        </mxCell>
        <mxCell id="Io5r8TIleDU7Dubmd4Zl-11" edge="1" parent="1" style="endArrow=none;html=1;rounded=0;" value="">
          <mxGeometry height="50" relative="1" width="50" as="geometry">
            <mxPoint x="-1490" y="4580" as="sourcePoint" />
            <mxPoint x="-1180" y="4580" as="targetPoint" />
          </mxGeometry>
        </mxCell>
        <mxCell id="Io5r8TIleDU7Dubmd4Zl-12" parent="1" style="text;html=1;whiteSpace=wrap;strokeColor=none;fillColor=none;align=left;verticalAlign=middle;rounded=0;" value="&lt;div&gt;N = 5&lt;/div&gt;&lt;div&gt;&lt;br&gt;&lt;/div&gt;&lt;div&gt;R = 2&lt;/div&gt;&lt;div&gt;&lt;br&gt;&lt;/div&gt;&lt;div&gt;W = 4&lt;/div&gt;" vertex="1">
          <mxGeometry height="80" width="40" x="-1560" y="4240" as="geometry" />
        </mxCell>
-         <mxCell id="Io5r8TIleDU7Dubmd4Zl-13" parent="1" style="text;html=1;whiteSpace=wrap;strokeColor=none;fillColor=none;align=left;verticalAlign=middle;rounded=0;" value="Quorum - High Availability" vertex="1">
-           <mxGeometry height="30" width="240" x="-1560" y="4170" as="geometry" />
+         <mxCell id="Io5r8TIleDU7Dubmd4Zl-13" parent="1" style="text;html=1;whiteSpace=wrap;strokeColor=none;fillColor=none;align=left;verticalAlign=middle;rounded=0;" value="Quorum - Optimization for Read High Availability" vertex="1">
+           <mxGeometry height="30" width="270" x="-1560" y="4170" as="geometry" />
        </mxCell>
      </root>
    </mxGraphModel>
  </diagram>
</mxfile>
